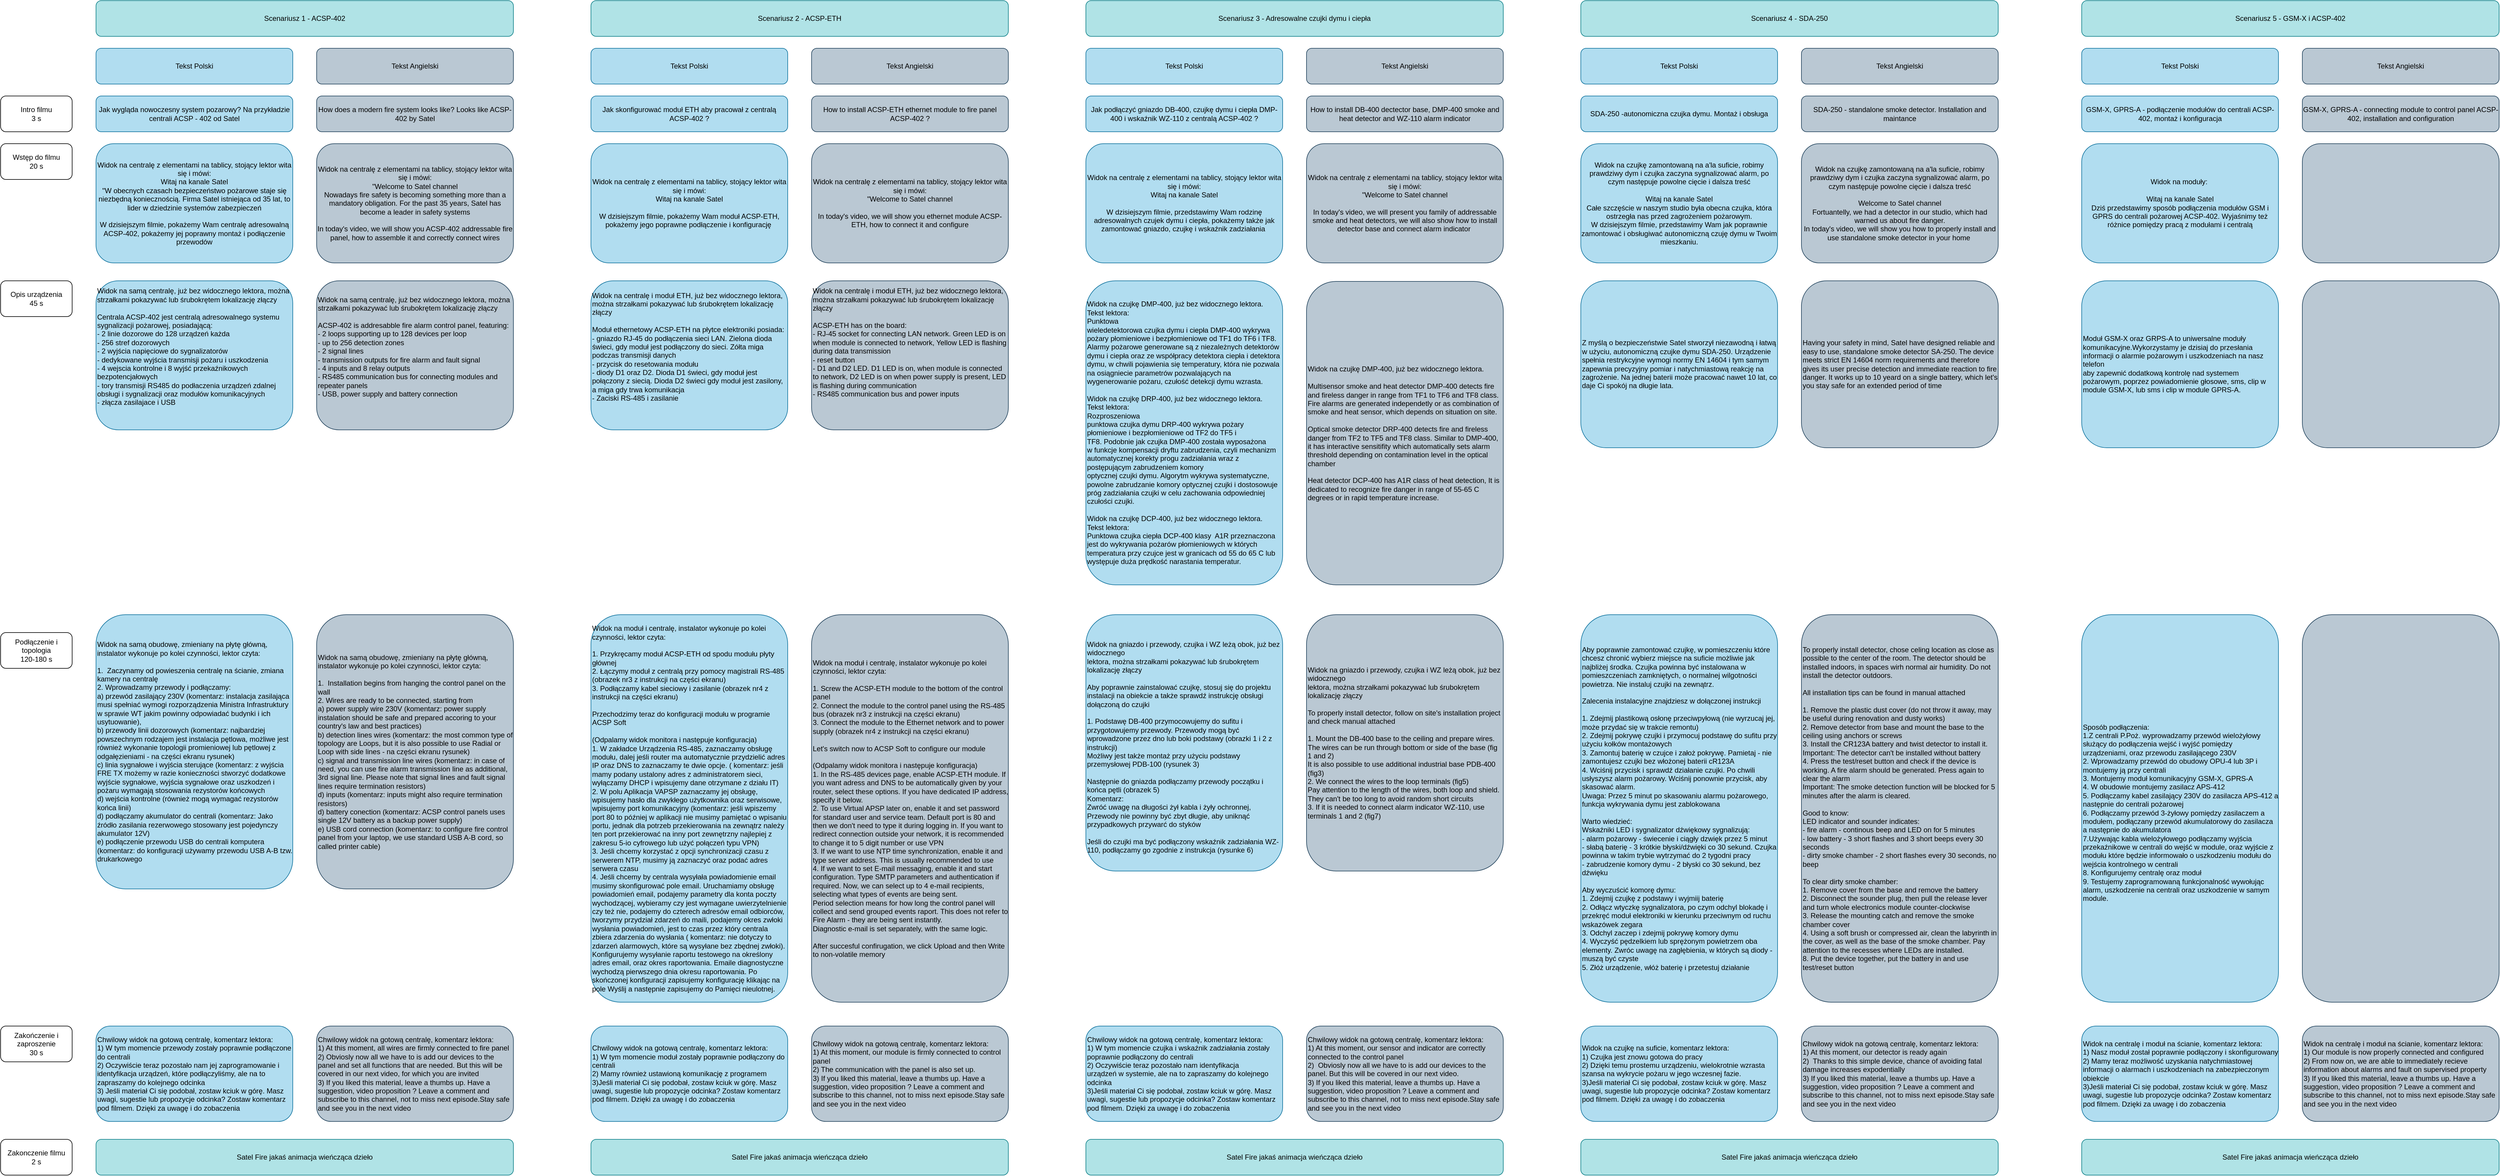
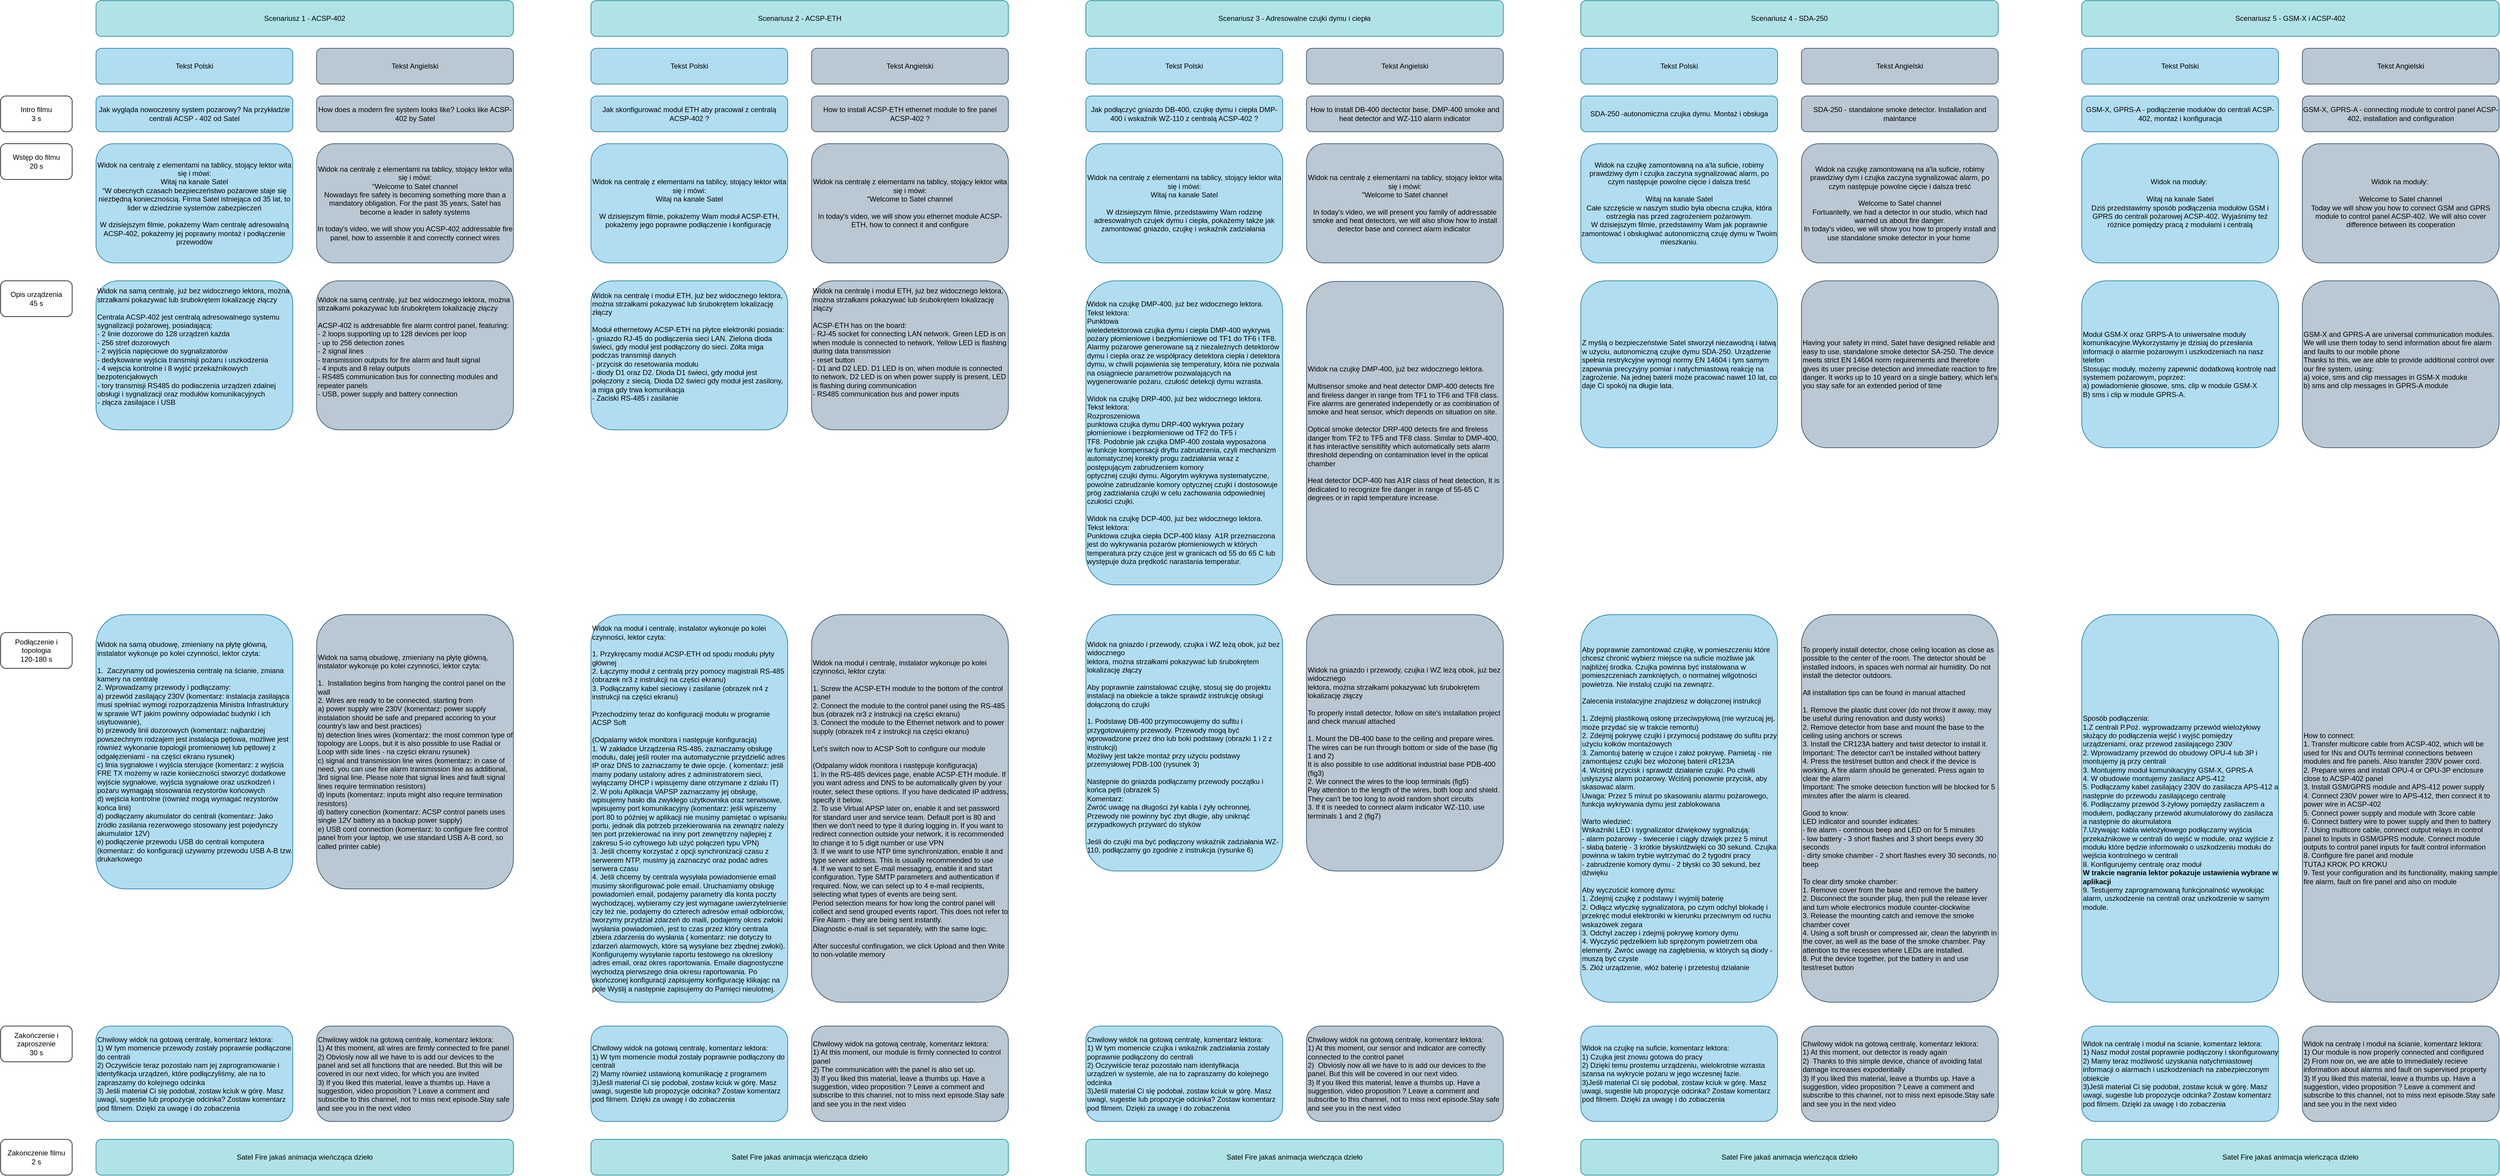
<mxfile host="app.diagrams.net">
  <diagram name="Strona-1" id="z8KAe0LmT8Zc7_pRFNcT">
-     <mxGraphModel dx="1193" dy="2242" grid="1" gridSize="10" guides="1" tooltips="1" connect="1" arrows="1" fold="1" page="1" pageScale="1" pageWidth="827" pageHeight="1169" math="0" shadow="0">
+     <mxGraphModel dx="837" dy="2053" grid="1" gridSize="10" guides="1" tooltips="1" connect="1" arrows="1" fold="1" page="1" pageScale="1" pageWidth="827" pageHeight="1169" math="0" shadow="0">
      <root>
        <mxCell id="0" />
        <mxCell id="1" parent="0" />
        <mxCell id="0EHHFv7u1sgkDXgEne3z-1" parent="1" style="rounded=1;whiteSpace=wrap;html=1;align=left;fillColor=#b1ddf0;strokeColor=#10739e;" value="&lt;div align=&quot;left&quot;&gt;Widok na samą obudowę, zmieniany na płytę główną, instalator wykonuje po kolei czynności, lektor czyta:&lt;/div&gt;&lt;div align=&quot;left&quot;&gt;&lt;br&gt;&lt;/div&gt;&lt;div align=&quot;left&quot;&gt;1.&amp;nbsp; Zaczynamy od powieszenia centralę na ścianie, zmiana kamery na centralę&lt;/div&gt;&lt;div align=&quot;left&quot;&gt;2. Wprowadzamy przewody i podłączamy:&amp;nbsp;&lt;/div&gt;&lt;div align=&quot;left&quot;&gt;a) przewód zasilający 230V (komentarz: instalacja zasilająca musi spełniać wymogi rozporządzenia Ministra Infrastruktury w sprawie WT jakim powinny odpowiadać budynki i ich usytuowanie),&amp;nbsp;&lt;/div&gt;&lt;div align=&quot;left&quot;&gt;b) przewody linii dozorowych (komentarz: najbardziej powszechnym rodzajem jest instalacja pętlowa, możliwe jest również wykonanie topologii promieniowej lub pętlowej z odgałęzieniami - na części ekranu rysunek)&lt;/div&gt;&lt;div align=&quot;left&quot;&gt;c) linia sygnałowe i wyjścia sterujące (komentarz: z wyjścia FRE TX możemy w razie konieczności stworzyć dodatkowe wyjście sygnałowe, wyjścia sygnałowe oraz uszkodzeń i pożaru wymagają stosowania rezystorów końcowych&lt;/div&gt;&lt;div align=&quot;left&quot;&gt;d) wejścia kontrolne (również mogą wymagać rezystorów końca linii)&lt;/div&gt;&lt;div align=&quot;left&quot;&gt;d) podłączamy akumulator do centrali (komentarz:&amp;nbsp;Jako źródło zasilania rezerwowego stosowany jest pojedynczy akumulator 12V)&lt;/div&gt;&lt;div align=&quot;left&quot;&gt;e) podłączenie przewodu USB do centrali komputera (komentarz: do konfiguracji używamy przewodu USB A-B tzw. drukarkowego&lt;/div&gt;" vertex="1">
          <mxGeometry height="460" width="330" x="1080" y="910" as="geometry" />
        </mxCell>
        <mxCell id="0EHHFv7u1sgkDXgEne3z-2" parent="1" style="rounded=1;whiteSpace=wrap;html=1;fillColor=#b1ddf0;strokeColor=#10739e;" value="&lt;div&gt;Jak wygląda nowoczesny system pozarowy? Na przykładzie centrali ACSP - 402 od Satel&lt;/div&gt;" vertex="1">
          <mxGeometry height="60" width="330" x="1080" y="40" as="geometry" />
        </mxCell>
        <mxCell id="0EHHFv7u1sgkDXgEne3z-3" parent="1" style="rounded=1;whiteSpace=wrap;html=1;" value="&lt;div&gt;Wstęp do filmu&lt;/div&gt;&lt;div&gt;20 s&lt;/div&gt;" vertex="1">
          <mxGeometry height="60" width="120" x="920" y="120" as="geometry" />
        </mxCell>
        <mxCell id="0EHHFv7u1sgkDXgEne3z-4" parent="1" style="rounded=1;whiteSpace=wrap;html=1;fillColor=#b1ddf0;strokeColor=#10739e;" value="&lt;div&gt;Widok na centralę z elementami na tablicy, stojący lektor wita się i mówi:&lt;/div&gt;&lt;div&gt;Witaj na kanale Satel&lt;/div&gt;&lt;div&gt;&quot;W obecnych czasach bezpieczeństwo pożarowe staje się niezbędną koniecznością. Firma Satel istniejąca od 35 lat, to lider w dziedzinie systemów zabezpieczeń&lt;/div&gt;&lt;div&gt;&lt;br&gt;&lt;/div&gt;&lt;div&gt;W dzisiejszym filmie, pokażemy Wam centralę adresowalną ACSP-402, pokażemy jej poprawny montaż i podłączenie przewodów&lt;/div&gt;" vertex="1">
          <mxGeometry height="200" width="330" x="1080" y="120" as="geometry" />
        </mxCell>
        <mxCell id="0EHHFv7u1sgkDXgEne3z-5" parent="1" style="rounded=1;whiteSpace=wrap;html=1;" value="&lt;div&gt;Opis urządzenia&lt;/div&gt;&lt;div&gt;45 s&lt;/div&gt;" vertex="1">
          <mxGeometry height="60" width="120" x="920" y="350" as="geometry" />
        </mxCell>
        <mxCell id="0EHHFv7u1sgkDXgEne3z-6" parent="1" style="rounded=1;whiteSpace=wrap;html=1;align=left;fillColor=#b1ddf0;strokeColor=#10739e;" value="&lt;div align=&quot;left&quot;&gt;Widok na samą centralę, już bez widocznego lektora, można strzałkami pokazywać lub śrubokrętem lokalizację złączy&lt;/div&gt;&lt;div align=&quot;left&quot;&gt;&lt;br&gt;&lt;/div&gt;&lt;div align=&quot;left&quot;&gt;Centrala ACSP-402 jest centralą adresowalnego systemu sygnalizacji pożarowej, posiadającą:&lt;/div&gt;&lt;div align=&quot;left&quot;&gt;- 2 linie dozorowe do 128 urządzeń każda&lt;/div&gt;&lt;div align=&quot;left&quot;&gt;- 256 stref dozorowych&lt;/div&gt;&lt;div align=&quot;left&quot;&gt;- 2 wyjścia napięciowe do sygnalizatorów&lt;/div&gt;&lt;div align=&quot;left&quot;&gt;- dedykowane wyjścia transmisji pożaru i uszkodzenia&lt;/div&gt;&lt;div align=&quot;left&quot;&gt;- 4 wejscia kontrolne i 8 wyjść przekaźnikowych bezpotencjałowych&lt;/div&gt;&lt;div align=&quot;left&quot;&gt;- tory transmisji RS485 do podłaczenia urządzeń zdalnej obsługi i sygnalizacji oraz modułów komunikacyjnych&amp;nbsp;&lt;/div&gt;&lt;div align=&quot;left&quot;&gt;- złącza zasilajace i USB&lt;/div&gt;&lt;div align=&quot;left&quot;&gt;&lt;br&gt;&lt;/div&gt;&lt;div align=&quot;left&quot;&gt;&lt;br&gt;&lt;/div&gt;" vertex="1">
          <mxGeometry height="250" width="330" x="1080" y="350" as="geometry" />
        </mxCell>
        <mxCell id="0EHHFv7u1sgkDXgEne3z-7" parent="1" style="rounded=1;whiteSpace=wrap;html=1;" value="&lt;div&gt;Podłączenie i topologia&lt;/div&gt;&lt;div&gt;120-180 s&lt;/div&gt;" vertex="1">
          <mxGeometry height="60" width="120" x="920" y="940" as="geometry" />
        </mxCell>
        <mxCell id="0EHHFv7u1sgkDXgEne3z-8" parent="1" style="rounded=1;whiteSpace=wrap;html=1;" value="&lt;div&gt;Intro filmu&lt;/div&gt;&lt;div&gt;3 s&lt;/div&gt;" vertex="1">
          <mxGeometry height="60" width="120" x="920" y="40" as="geometry" />
        </mxCell>
        <mxCell id="0EHHFv7u1sgkDXgEne3z-9" parent="1" style="rounded=1;whiteSpace=wrap;html=1;fillColor=#b1ddf0;strokeColor=#10739e;" value="Tekst Polski" vertex="1">
          <mxGeometry height="60" width="330" x="1080" y="-40" as="geometry" />
        </mxCell>
        <mxCell id="0EHHFv7u1sgkDXgEne3z-10" parent="1" style="rounded=1;whiteSpace=wrap;html=1;fillColor=#bac8d3;strokeColor=#23445d;" value="Tekst Angielski" vertex="1">
          <mxGeometry height="60" width="330" x="1450" y="-40" as="geometry" />
        </mxCell>
        <mxCell id="0EHHFv7u1sgkDXgEne3z-11" parent="1" style="rounded=1;whiteSpace=wrap;html=1;fillColor=#b0e3e6;strokeColor=#0e8088;" value="Scenariusz 1 - ACSP-402" vertex="1">
          <mxGeometry height="60" width="700" x="1080" y="-120" as="geometry" />
        </mxCell>
        <mxCell id="0EHHFv7u1sgkDXgEne3z-12" parent="1" style="rounded=1;whiteSpace=wrap;html=1;" value="&lt;div&gt;Zakończenie i zaproszenie&lt;/div&gt;&lt;div&gt;30 s&lt;/div&gt;" vertex="1">
          <mxGeometry height="60" width="120" x="920" y="1600" as="geometry" />
        </mxCell>
        <mxCell id="0EHHFv7u1sgkDXgEne3z-13" parent="1" style="rounded=1;whiteSpace=wrap;html=1;align=left;fillColor=#b1ddf0;strokeColor=#10739e;" value="&lt;div&gt;Chwilowy widok na gotową centralę, komentarz lektora:&lt;/div&gt;&lt;div&gt;1) W tym momencie przewody zostały poprawnie podłączone do centrali&lt;/div&gt;&lt;div&gt;2) Oczywiście teraz pozostało nam jej zaprogramowanie i identyfikacja urządzeń, które podłączyliśmy, ale na to zapraszamy do kolejnego odcinka&lt;/div&gt;&lt;div&gt;3) Jeśli materiał Ci się podobał, zostaw kciuk w górę. Masz uwagi, sugestie lub propozycje odcinka? Zostaw komentarz pod filmem. Dzięki za uwagę i do zobaczenia&lt;/div&gt;" vertex="1">
          <mxGeometry height="160" width="330" x="1080" y="1600" as="geometry" />
        </mxCell>
        <mxCell id="0EHHFv7u1sgkDXgEne3z-14" parent="1" style="rounded=1;whiteSpace=wrap;html=1;fillColor=#b0e3e6;strokeColor=#0e8088;" value="Satel Fire jakaś animacja wieńcząca dzieło" vertex="1">
          <mxGeometry height="60" width="700" x="1080" y="1790" as="geometry" />
        </mxCell>
        <mxCell id="0EHHFv7u1sgkDXgEne3z-15" parent="1" style="rounded=1;whiteSpace=wrap;html=1;" value="&lt;div&gt;Zakonczenie filmu&lt;/div&gt;&lt;div&gt;2 s&lt;/div&gt;" vertex="1">
          <mxGeometry height="60" width="120" x="920" y="1790" as="geometry" />
        </mxCell>
        <mxCell id="0EHHFv7u1sgkDXgEne3z-16" parent="1" style="rounded=1;whiteSpace=wrap;html=1;align=left;fillColor=#bac8d3;strokeColor=#23445d;" value="&lt;div&gt;Chwilowy widok na gotową centralę, komentarz lektora:&lt;/div&gt;&lt;div&gt;1) At this moment, all wires are firmly connected to fire panel&lt;/div&gt;&lt;div&gt;2) Obviosly now all we have to is add our devices to the panel and set all functions that are needed. But this will be covered in our next video, for which you are invited&amp;nbsp;&lt;/div&gt;&lt;div&gt;3) If you liked this material, leave a thumbs up. Have a suggestion, video proposition ? Leave a comment and subscribe to this channel, not to miss next episode.Stay safe and see you in the next video&lt;/div&gt;" vertex="1">
          <mxGeometry height="160" width="330" x="1450" y="1600" as="geometry" />
        </mxCell>
        <mxCell id="0EHHFv7u1sgkDXgEne3z-17" parent="1" style="rounded=1;whiteSpace=wrap;html=1;fillColor=#bac8d3;strokeColor=#23445d;" value="How does a modern fire system looks like? Looks like ACSP-402 by Satel" vertex="1">
          <mxGeometry height="60" width="330" x="1450" y="40" as="geometry" />
        </mxCell>
        <mxCell id="0EHHFv7u1sgkDXgEne3z-18" parent="1" style="rounded=1;whiteSpace=wrap;html=1;fillColor=#bac8d3;strokeColor=#23445d;" value="&lt;div&gt;Widok na centralę z elementami na tablicy, stojący lektor wita się i mówi:&lt;/div&gt;&lt;div&gt;&quot;Welcome to Satel channel&lt;/div&gt;&lt;div&gt;Nowadays fire safety is becoming something more than a mandatory obligation. For the past 35 years, Satel has become a leader in safety systems&lt;/div&gt;&lt;div&gt;&lt;br&gt;&lt;/div&gt;&lt;div&gt;In today&#39;s video, we will show you ACSP-402 addressable fire panel, how to assemble it and correctly connect wires&lt;/div&gt;" vertex="1">
          <mxGeometry height="200" width="330" x="1450" y="120" as="geometry" />
        </mxCell>
        <mxCell id="0EHHFv7u1sgkDXgEne3z-19" parent="1" style="rounded=1;whiteSpace=wrap;html=1;align=left;fillColor=#bac8d3;strokeColor=#23445d;" value="&lt;div align=&quot;left&quot;&gt;Widok na samą centralę, już bez widocznego lektora, można strzałkami pokazywać lub śrubokrętem lokalizację złączy&lt;/div&gt;&lt;div align=&quot;left&quot;&gt;&lt;br&gt;&lt;/div&gt;&lt;div align=&quot;left&quot;&gt;ACSP-402&amp;nbsp;is addresabble fire alarm control panel, featuring:&lt;/div&gt;&lt;div align=&quot;left&quot;&gt;- 2 loops supporting up to 128 devices per loop&lt;/div&gt;&lt;div align=&quot;left&quot;&gt;- up to 256 detection zones&lt;/div&gt;&lt;div align=&quot;left&quot;&gt;- 2 signal lines&lt;/div&gt;&lt;div align=&quot;left&quot;&gt;- transmission outputs for fire alarm and fault signal&lt;/div&gt;&lt;div align=&quot;left&quot;&gt;- 4 inputs and 8 relay outputs&lt;/div&gt;&lt;div align=&quot;left&quot;&gt;- RS485 communication bus for connecting modules and repeater panels&amp;nbsp;&lt;/div&gt;&lt;div align=&quot;left&quot;&gt;- USB, power supply and battery connection&lt;/div&gt;&lt;div align=&quot;left&quot;&gt;&lt;br&gt;&lt;/div&gt;&lt;div align=&quot;left&quot;&gt;&lt;br&gt;&lt;/div&gt;" vertex="1">
          <mxGeometry height="250" width="330" x="1450" y="350" as="geometry" />
        </mxCell>
        <mxCell id="0EHHFv7u1sgkDXgEne3z-20" parent="1" style="rounded=1;whiteSpace=wrap;html=1;align=left;fillColor=#bac8d3;strokeColor=#23445d;" value="&lt;div align=&quot;left&quot;&gt;Widok na samą obudowę, zmieniany na płytę główną, instalator wykonuje po kolei czynności, lektor czyta:&lt;/div&gt;&lt;div align=&quot;left&quot;&gt;&lt;br&gt;&lt;/div&gt;&lt;div align=&quot;left&quot;&gt;1.&amp;nbsp; Installation begins from hanging the control panel on the wall&lt;/div&gt;&lt;div align=&quot;left&quot;&gt;2. Wires are ready to be connected, starting from&lt;/div&gt;&lt;div align=&quot;left&quot;&gt;a) power supply wire 230V (komentarz: power supply instalation should be safe and prepared accoring to your country&#39;s law and best practices)&lt;/div&gt;&lt;div align=&quot;left&quot;&gt;b) detection lines wires (komentarz: the most common type of topology are Loops, but it is also possible to use Radial or Loop with side lines - na części ekranu rysunek)&lt;/div&gt;&lt;div align=&quot;left&quot;&gt;c) signal and transmission line wires (komentarz: in case of need, you can use fire alarm transmission line as additional, 3rd signal line. Please note that signal lines and fault signal lines require termination resistors)&lt;/div&gt;&lt;div align=&quot;left&quot;&gt;d) inputs (komentarz: inputs might also require termination resistors)&lt;/div&gt;&lt;div align=&quot;left&quot;&gt;d) battery conection (komentarz: ACSP control panels uses single 12V battery as a backup power supply)&lt;/div&gt;&lt;div align=&quot;left&quot;&gt;e) USB cord connection (komentarz: to configure fire control panel from your laptop, we use standard USB A-B cord, so called printer cable)&lt;/div&gt;" vertex="1">
          <mxGeometry height="460" width="330" x="1450" y="910" as="geometry" />
        </mxCell>
        <mxCell id="6_1prXv-E_gUM5x_UOCS-1" parent="1" style="rounded=1;whiteSpace=wrap;html=1;align=left;fillColor=#b1ddf0;strokeColor=#10739e;" value="&lt;div align=&quot;left&quot;&gt;Widok na moduł i centralę, instalator wykonuje po kolei czynności, lektor czyta:&lt;/div&gt;&lt;div align=&quot;left&quot;&gt;&lt;br&gt;&lt;/div&gt;&lt;div align=&quot;left&quot;&gt;1. Przykręcamy moduł ACSP-ETH od spodu modułu płyty głównej&lt;/div&gt;&lt;div align=&quot;left&quot;&gt;2. Łączymy moduł z centralą przy pomocy magistrali RS-485 (obrazek nr3 z instrukcji na części ekranu)&lt;/div&gt;&lt;div align=&quot;left&quot;&gt;3. Podłączamy kabel sieciowy i zasilanie (obrazek nr4 z instrukcji na części ekranu)&amp;nbsp;&lt;/div&gt;&lt;div align=&quot;left&quot;&gt;&lt;br&gt;&lt;/div&gt;&lt;div align=&quot;left&quot;&gt;Przechodzimy teraz do konfiguracji modułu w programie ACSP Soft&lt;/div&gt;&lt;div align=&quot;left&quot;&gt;&lt;br&gt;&lt;/div&gt;&lt;div align=&quot;left&quot;&gt;(Odpalamy widok monitora i następuje konfiguracja)&lt;/div&gt;&lt;div align=&quot;left&quot;&gt;1. W zakładce Urządzenia RS-485, zaznaczamy obsługę modułu, dalej jeśli router ma automatycznie przydzielić adres IP oraz DNS to zaznaczamy te dwie opcje. ( komentarz: jeśli mamy podany ustalony adres z administratorem sieci, wyłączamy DHCP i wpisujemy dane otrzymane z działu IT)&lt;/div&gt;&lt;div align=&quot;left&quot;&gt;2. W polu Aplikacja VAPSP zaznaczamy jej obsługę, wpisujemy hasło dla zwykłego użytkownika oraz serwisowe, wpisujemy port komunikacyjny (komentarz: jeśli wpiszemy port 80 to później w aplikacji nie musimy pamiętać o wpisaniu portu, jednak dla potrzeb przekierowania na zewnątrz należy ten port przekierować na inny port zewnętrzny najlepiej z zakresu 5-io cyfrowego lub użyć połączeń typu VPN)&lt;/div&gt;&lt;div align=&quot;left&quot;&gt;3. Jeśli chcemy korzystać z opcji synchronizacji czasu z serwerem NTP, musimy ją zaznaczyć oraz podać adres serwera czasu&lt;/div&gt;&lt;div align=&quot;left&quot;&gt;4. Jeśli chcemy by centrala wysyłała powiadomienie email musimy skonfigurować pole email. Uruchamiamy obsługę powiadomień email, podajemy parametry dla konta poczty wychodzącej, wybieramy czy jest wymagane uwierzytelnienie czy też nie, podajemy do czterech adresów email odbiorców, tworzymy przydział zdarzeń do maili, podajemy okres zwłoki wysłania powiadomień, jest to czas przez który centrala zbiera zdarzenia do wysłania ( komentarz: nie dotyczy to zdarzeń alarmowych, które są wysyłane bez zbędnej zwłoki). Konfigurujemy wysyłanie raportu testowego na określony adres email, oraz okres raportowania. Emaile diagnostyczne wychodzą pierwszego dnia okresu raportowania. Po skończonej konfiguracji zapisujemy konfigurację klikając na pole Wyślij a następnie zapisujemy do Pamięci nieulotnej.&lt;/div&gt;" vertex="1">
          <mxGeometry height="650" width="330" x="1910" y="910" as="geometry" />
        </mxCell>
        <mxCell id="6_1prXv-E_gUM5x_UOCS-2" parent="1" style="rounded=1;whiteSpace=wrap;html=1;fillColor=#b1ddf0;strokeColor=#10739e;" value="Jak skonfigurować moduł ETH aby pracował z centralą ACSP-402 ?" vertex="1">
          <mxGeometry height="60" width="330" x="1910" y="40" as="geometry" />
        </mxCell>
        <mxCell id="6_1prXv-E_gUM5x_UOCS-3" parent="1" style="rounded=1;whiteSpace=wrap;html=1;fillColor=#b1ddf0;strokeColor=#10739e;" value="&lt;div&gt;Widok na centralę z elementami na tablicy, stojący lektor wita się i mówi:&lt;/div&gt;&lt;div&gt;Witaj na kanale Satel&lt;/div&gt;&lt;div&gt;&lt;br&gt;&lt;/div&gt;&lt;div&gt;W dzisiejszym filmie, pokażemy Wam moduł ACSP-ETH, pokażemy jego poprawne podłączenie i konfigurację&amp;nbsp;&lt;/div&gt;" vertex="1">
          <mxGeometry height="200" width="330" x="1910" y="120" as="geometry" />
        </mxCell>
        <mxCell id="6_1prXv-E_gUM5x_UOCS-4" parent="1" style="rounded=1;whiteSpace=wrap;html=1;align=left;fillColor=#b1ddf0;strokeColor=#10739e;" value="&lt;div align=&quot;left&quot;&gt;Widok na centralę i moduł ETH, już bez widocznego lektora, można strzałkami pokazywać lub śrubokrętem lokalizację złączy&lt;/div&gt;&lt;div align=&quot;left&quot;&gt;&lt;br&gt;&lt;/div&gt;&lt;div align=&quot;left&quot;&gt;Moduł ethernetowy ACSP-ETH na płytce elektroniki posiada:&lt;/div&gt;&lt;div align=&quot;left&quot;&gt;- gniazdo RJ-45 do podłączenia sieci LAN. Zielona dioda świeci, gdy moduł jest podłączony do sieci. Zółta miga podczas transmisji danych&lt;/div&gt;&lt;div align=&quot;left&quot;&gt;- przycisk do resetowania modułu&lt;/div&gt;&lt;div align=&quot;left&quot;&gt;- diody D1 oraz D2. Dioda D1 świeci, gdy moduł jest połączony z siecią. Dioda D2 świeci gdy moduł jest zasilony, a miga gdy trwa komunikacja&lt;/div&gt;&lt;div align=&quot;left&quot;&gt;- Zaciski RS-485 i zasilanie&lt;/div&gt;&lt;div align=&quot;left&quot;&gt;&lt;br&gt;&lt;/div&gt;&lt;div align=&quot;left&quot;&gt;&lt;br&gt;&lt;/div&gt;" vertex="1">
          <mxGeometry height="250" width="330" x="1910" y="350" as="geometry" />
        </mxCell>
        <mxCell id="6_1prXv-E_gUM5x_UOCS-5" parent="1" style="rounded=1;whiteSpace=wrap;html=1;fillColor=#b1ddf0;strokeColor=#10739e;" value="Tekst Polski" vertex="1">
          <mxGeometry height="60" width="330" x="1910" y="-40" as="geometry" />
        </mxCell>
        <mxCell id="6_1prXv-E_gUM5x_UOCS-6" parent="1" style="rounded=1;whiteSpace=wrap;html=1;fillColor=#bac8d3;strokeColor=#23445d;" value="Tekst Angielski" vertex="1">
          <mxGeometry height="60" width="330" x="2280" y="-40" as="geometry" />
        </mxCell>
        <mxCell id="6_1prXv-E_gUM5x_UOCS-7" parent="1" style="rounded=1;whiteSpace=wrap;html=1;fillColor=#b0e3e6;strokeColor=#0e8088;" value="Scenariusz 2 - ACSP-ETH" vertex="1">
          <mxGeometry height="60" width="700" x="1910" y="-120" as="geometry" />
        </mxCell>
        <mxCell id="6_1prXv-E_gUM5x_UOCS-8" parent="1" style="rounded=1;whiteSpace=wrap;html=1;align=left;fillColor=#b1ddf0;strokeColor=#10739e;" value="&lt;div&gt;Chwilowy widok na gotową centralę, komentarz lektora:&lt;/div&gt;&lt;div&gt;1) W tym momencie moduł zostały poprawnie podłączony do centrali&lt;/div&gt;&lt;div&gt;2) Mamy również ustawioną komunikację z programem&lt;/div&gt;&lt;div&gt;3)Jeśli materiał Ci się podobał, zostaw kciuk w górę. Masz uwagi, sugestie lub propozycje odcinka? Zostaw komentarz pod filmem. Dzięki za uwagę i do zobaczenia&lt;/div&gt;" vertex="1">
          <mxGeometry height="160" width="330" x="1910" y="1600" as="geometry" />
        </mxCell>
        <mxCell id="6_1prXv-E_gUM5x_UOCS-9" parent="1" style="rounded=1;whiteSpace=wrap;html=1;fillColor=#b0e3e6;strokeColor=#0e8088;" value="Satel Fire jakaś animacja wieńcząca dzieło" vertex="1">
          <mxGeometry height="60" width="700" x="1910" y="1790" as="geometry" />
        </mxCell>
        <mxCell id="6_1prXv-E_gUM5x_UOCS-10" parent="1" style="rounded=1;whiteSpace=wrap;html=1;align=left;fillColor=#bac8d3;strokeColor=#23445d;" value="&lt;div&gt;Chwilowy widok na gotową centralę, komentarz lektora:&lt;/div&gt;&lt;div&gt;1) At this moment, our module is firmly connected to control panel&lt;/div&gt;&lt;div&gt;2) The communication with the panel is also set up.&lt;/div&gt;&lt;div&gt;3) If you liked this material, leave a thumbs up. Have a suggestion, video proposition ? Leave a comment and subscribe to this channel, not to miss next episode.Stay safe and see you in the next video&lt;/div&gt;" vertex="1">
          <mxGeometry height="160" width="330" x="2280" y="1600" as="geometry" />
        </mxCell>
        <mxCell id="6_1prXv-E_gUM5x_UOCS-11" parent="1" style="rounded=1;whiteSpace=wrap;html=1;fillColor=#bac8d3;strokeColor=#23445d;" value="How to install ACSP-ETH ethernet module to fire panel ACSP-402 ?" vertex="1">
          <mxGeometry height="60" width="330" x="2280" y="40" as="geometry" />
        </mxCell>
        <mxCell id="6_1prXv-E_gUM5x_UOCS-12" parent="1" style="rounded=1;whiteSpace=wrap;html=1;fillColor=#bac8d3;strokeColor=#23445d;" value="&lt;div&gt;Widok na centralę z elementami na tablicy, stojący lektor wita się i mówi:&lt;/div&gt;&lt;div&gt;&quot;Welcome to Satel channel&lt;/div&gt;&lt;div&gt;&lt;br&gt;&lt;/div&gt;&lt;div&gt;In today&#39;s video, we will show you ethernet module ACSP-ETH, how to connect it and configure&lt;/div&gt;" vertex="1">
          <mxGeometry height="200" width="330" x="2280" y="120" as="geometry" />
        </mxCell>
        <mxCell id="6_1prXv-E_gUM5x_UOCS-13" parent="1" style="rounded=1;whiteSpace=wrap;html=1;align=left;fillColor=#bac8d3;strokeColor=#23445d;" value="&lt;div align=&quot;left&quot;&gt;Widok na centralę i moduł ETH, już bez widocznego lektora, można strzałkami pokazywać lub śrubokrętem lokalizację złączy&lt;/div&gt;&lt;div align=&quot;left&quot;&gt;&lt;br&gt;&lt;/div&gt;&lt;div align=&quot;left&quot;&gt;ACSP-ETH has on the board:&lt;/div&gt;&lt;div align=&quot;left&quot;&gt;- RJ-45 socket for connecting LAN network. Green LED is on when module is connected to network, Yellow LED is flashing during data transmission&lt;/div&gt;&lt;div align=&quot;left&quot;&gt;- reset button&lt;/div&gt;&lt;div align=&quot;left&quot;&gt;- D1 and D2 LED. D1 LED is on, when module is connected to network, D2 LED is on when power supply is present, LED is flashing during communication&lt;/div&gt;&lt;div align=&quot;left&quot;&gt;-&amp;nbsp;RS485 communication bus and power inputs&lt;/div&gt;&lt;div align=&quot;left&quot;&gt;&lt;br&gt;&lt;/div&gt;&lt;div align=&quot;left&quot;&gt;&lt;br&gt;&lt;br&gt;&lt;/div&gt;" vertex="1">
          <mxGeometry height="250" width="330" x="2280" y="350" as="geometry" />
        </mxCell>
        <mxCell id="6_1prXv-E_gUM5x_UOCS-14" parent="1" style="rounded=1;whiteSpace=wrap;html=1;align=left;fillColor=#bac8d3;strokeColor=#23445d;" value="&lt;br&gt;&lt;div align=&quot;left&quot;&gt;Widok na moduł i centralę, instalator wykonuje po kolei czynności, lektor czyta:&lt;/div&gt;&lt;div align=&quot;left&quot;&gt;&lt;br&gt;&lt;/div&gt;&lt;div align=&quot;left&quot;&gt;1. Screw the ACSP-ETH module to the bottom of the control panel&lt;/div&gt;&lt;div align=&quot;left&quot;&gt;2. Connect the module to the control panel using the RS-485 bus (obrazek nr3 z instrukcji na części ekranu)&lt;div align=&quot;left&quot;&gt;3. Connect the module to the Ethernet network and to power supply (obrazek nr4 z instrukcji na części ekranu)&amp;nbsp;&lt;/div&gt;&lt;/div&gt;&lt;div align=&quot;left&quot;&gt;&lt;br&gt;&lt;/div&gt;&lt;div align=&quot;left&quot;&gt;Let&#39;s switch now to ACSP Soft to configure our module&lt;/div&gt;&lt;div align=&quot;left&quot;&gt;&lt;br&gt;&lt;/div&gt;&lt;div align=&quot;left&quot;&gt;(Odpalamy widok monitora i następuje konfiguracja)&lt;/div&gt;&lt;div align=&quot;left&quot;&gt;1. In the RS-485 devices page, enable ACSP-ETH module. If you want adress and DNS to be automatically given by your router, select these options. If you have dedicated IP address, specify it below.&lt;/div&gt;&lt;div align=&quot;left&quot;&gt;2. To use Virtual APSP later on, enable it and set password for standard user and service team. Default port is 80 and then we don&#39;t need to type it during logging in. If you want to redirect connection outside your network, it is recommended to change it to 5 digit number or use VPN&lt;/div&gt;&lt;div align=&quot;left&quot;&gt;3. If we want to use NTP time synchronization, enable it and type server address. This is usually recommended to use&lt;/div&gt;&lt;div align=&quot;left&quot;&gt;4. If we want to set E-mail messaging, enable it and start configuration. Type SMTP parameters and authentication if required. Now, we can select up to 4 e-mail recipients, selecting what types of events are being sent.&lt;/div&gt;&lt;div align=&quot;left&quot;&gt;Period selection means for how long the control panel will collect and send grouped events raport. This does not refer to Fire Alarm - they are being sent instantly.&lt;/div&gt;&lt;div align=&quot;left&quot;&gt;Diagnostic e-mail is set separately, with the same logic.&lt;/div&gt;&lt;div align=&quot;left&quot;&gt;&lt;br&gt;&lt;/div&gt;&lt;div align=&quot;left&quot;&gt;After succesful confirugation, we click Upload and then Write to non-volatile memory&lt;/div&gt;&lt;div&gt;&lt;br&gt;&lt;/div&gt;" vertex="1">
          <mxGeometry height="650" width="330" x="2280" y="910" as="geometry" />
        </mxCell>
        <mxCell id="0qluF64Sdjj_I7BYTujH-1" parent="1" style="rounded=1;whiteSpace=wrap;html=1;align=left;fillColor=#b1ddf0;strokeColor=#10739e;" value="&lt;br&gt;&lt;div align=&quot;left&quot;&gt;&lt;div&gt;&lt;span style=&quot;background-color: transparent; color: light-dark(rgb(0, 0, 0), rgb(255, 255, 255));&quot;&gt;&lt;br&gt;&lt;/span&gt;&lt;/div&gt;&lt;/div&gt;&lt;div align=&quot;left&quot;&gt;Widok na gniazdo i przewody, czujka i WZ leżą obok, już bez widocznego &lt;br&gt;lektora, można strzałkami pokazywać lub śrubokrętem lokalizację złączy&lt;/div&gt;&lt;div align=&quot;left&quot;&gt;&lt;br&gt;&lt;/div&gt;&lt;div align=&quot;left&quot;&gt;Aby poprawnie zainstalować czujkę, stosuj się do projektu instalacji na obiekcie a także sprawdź instrukcję obsługi dołączoną do czujki&lt;/div&gt;&lt;div align=&quot;left&quot;&gt;&lt;br&gt;&lt;/div&gt;&lt;div align=&quot;left&quot;&gt;1. Podstawę DB-400 przymocowujemy do sufitu i przygotowujemy przewody. Przewody mogą być wprowadzone przez dno lub boki podstawy&amp;nbsp;(obrazki 1 i 2 z instrukcji) &lt;br&gt;Możliwy jest&amp;nbsp;także montaż przy użyciu podstawy przemysłowej PDB-100 (rysunek 3)&lt;/div&gt;&lt;div align=&quot;left&quot;&gt;&lt;br&gt;&lt;/div&gt;&lt;div align=&quot;left&quot;&gt;Następnie do gniazda podłączamy przewody początku i końca pętli (obrazek 5)&amp;nbsp;&amp;nbsp;&lt;/div&gt;&lt;div align=&quot;left&quot;&gt;Komentarz:&lt;/div&gt;&lt;div align=&quot;left&quot;&gt;Zwróć uwagę na długości żył kabla i żyły ochronnej, Przewody nie powinny być zbyt długie, aby uniknąć przypadkowych przywarć do styków&amp;nbsp;&lt;/div&gt;&lt;div align=&quot;left&quot;&gt;&lt;br&gt;&lt;/div&gt;&lt;div align=&quot;left&quot;&gt;Jeśli do czujki ma być podłączony wskaźnik zadziałania WZ-110, podłączamy go zgodnie z instrukcja (rysunke 6)&lt;/div&gt;&lt;div&gt;&lt;br&gt;&lt;/div&gt;" vertex="1">
          <mxGeometry height="430" width="330" x="2740" y="910" as="geometry" />
        </mxCell>
        <mxCell id="0qluF64Sdjj_I7BYTujH-2" parent="1" style="rounded=1;whiteSpace=wrap;html=1;fillColor=#b1ddf0;strokeColor=#10739e;" value="Jak podłączyć gniazdo DB-400, czujkę dymu i ciepła DMP-400 i wskaźnik WZ-110 z centralą ACSP-402 ?" vertex="1">
          <mxGeometry height="60" width="330" x="2740" y="40" as="geometry" />
        </mxCell>
        <mxCell id="0qluF64Sdjj_I7BYTujH-3" parent="1" style="rounded=1;whiteSpace=wrap;html=1;fillColor=#b1ddf0;strokeColor=#10739e;" value="&lt;div&gt;Widok na centralę z elementami na tablicy, stojący lektor wita się i mówi:&lt;/div&gt;&lt;div&gt;Witaj na kanale Satel&lt;/div&gt;&lt;div&gt;&lt;br&gt;&lt;/div&gt;&lt;div&gt;W dzisiejszym filmie, przedstawimy Wam rodzinę adresowalnych czujek dymu i ciepła, pokażemy także jak zamontować gniazdo, czujkę i wskaźnik zadziałania&amp;nbsp;&lt;/div&gt;" vertex="1">
          <mxGeometry height="200" width="330" x="2740" y="120" as="geometry" />
        </mxCell>
        <mxCell id="0qluF64Sdjj_I7BYTujH-4" parent="1" style="rounded=1;whiteSpace=wrap;html=1;align=left;fillColor=#b1ddf0;strokeColor=#10739e;" value="&lt;br&gt;&lt;div align=&quot;left&quot;&gt;&lt;span style=&quot;background-color: transparent; color: light-dark(rgb(0, 0, 0), rgb(255, 255, 255));&quot;&gt;Widok na czujkę DMP-400,&amp;nbsp;&lt;/span&gt;&lt;span style=&quot;background-color: transparent; color: light-dark(rgb(0, 0, 0), rgb(255, 255, 255));&quot;&gt;już bez widocznego lektora.&lt;/span&gt;&lt;/div&gt;&lt;div align=&quot;left&quot;&gt;&lt;span style=&quot;background-color: transparent; color: light-dark(rgb(0, 0, 0), rgb(255, 255, 255));&quot;&gt;Tekst lektora:&lt;/span&gt;&lt;/div&gt;&lt;div align=&quot;left&quot;&gt;&lt;span style=&quot;background-color: transparent; color: light-dark(rgb(0, 0, 0), rgb(255, 255, 255));&quot;&gt;Punktowa&lt;br&gt; wieledetektorowa czujka dymu i ciepła DMP-400 wykrywa pożary płomieniowe i bezpłomieniowe od TF1 do TF6 i TF8. Alarmy pożarowe generowane są z niezależnych detektorów dymu i ciepła oraz ze współpracy detektora ciepła i detektora dymu, w chwili pojawienia się temperatury, która nie pozwala na osiągniecie parametrów pozwalających na wygenerowanie pożaru, czułość detekcji dymu wzrasta.&amp;nbsp;&amp;nbsp;&lt;/span&gt;&lt;/div&gt;&lt;div align=&quot;left&quot;&gt;&lt;span style=&quot;background-color: transparent; color: light-dark(rgb(0, 0, 0), rgb(255, 255, 255));&quot;&gt;&lt;br&gt;&lt;/span&gt;&lt;/div&gt;&lt;div align=&quot;left&quot;&gt;&lt;div align=&quot;left&quot;&gt;&lt;span style=&quot;background-color: transparent; color: light-dark(rgb(0, 0, 0), rgb(255, 255, 255));&quot;&gt;Widok na czujkę DRP-400, &lt;/span&gt;&lt;span style=&quot;background-color: transparent; color: light-dark(rgb(0, 0, 0), rgb(255, 255, 255));&quot;&gt;już bez widocznego lektora.&lt;/span&gt;&lt;/div&gt;&lt;div align=&quot;left&quot;&gt;&lt;span style=&quot;background-color: transparent; color: light-dark(rgb(0, 0, 0), rgb(255, 255, 255));&quot;&gt;Tekst lektora:&lt;/span&gt;&lt;/div&gt;&lt;div align=&quot;left&quot;&gt;&lt;span style=&quot;background-color: transparent; color: light-dark(rgb(0, 0, 0), rgb(255, 255, 255));&quot;&gt;Rozproszeniowa&lt;br&gt; punktowa czujka dymu DRP-400 wykrywa pożary płomieniowe i bezpłomieniowe od TF2 do TF5 i TF8.&amp;nbsp;Podobnie jak czujka DMP-400 została&amp;nbsp;&lt;/span&gt;&lt;span style=&quot;background-color: transparent; color: light-dark(rgb(0, 0, 0), rgb(255, 255, 255));&quot;&gt;wyposażona&lt;br&gt; w funkcje kompensacji dryftu zabrudzenia, czyli mechanizm automatycznej korekty progu zadziałania wraz z postępującym zabrudzeniem komory &lt;br&gt;optycznej czujki dymu. Algorytm wykrywa systematyczne, powolne zabrudzanie komory optycznej czujki i dostosowuje próg zadziałania czujki w celu zachowania odpowiedniej czułości czujki.&amp;nbsp;&lt;/span&gt;&lt;/div&gt;&lt;/div&gt;&lt;div align=&quot;left&quot;&gt;&lt;br&gt;&lt;/div&gt;&lt;div align=&quot;left&quot;&gt;&lt;div align=&quot;left&quot;&gt;&lt;span style=&quot;background-color: transparent; color: light-dark(rgb(0, 0, 0), rgb(255, 255, 255));&quot;&gt;Widok na czujkę DCP-400, &lt;/span&gt;&lt;span style=&quot;background-color: transparent; color: light-dark(rgb(0, 0, 0), rgb(255, 255, 255));&quot;&gt;już bez widocznego lektora.&lt;/span&gt;&lt;/div&gt;&lt;div align=&quot;left&quot;&gt;&lt;span style=&quot;background-color: transparent; color: light-dark(rgb(0, 0, 0), rgb(255, 255, 255));&quot;&gt;Tekst lektora:&lt;/span&gt;&lt;/div&gt;&lt;div&gt;&lt;span style=&quot;background-color: transparent; color: light-dark(rgb(0, 0, 0), rgb(255, 255, 255));&quot;&gt;Punktowa czujka ciepła DCP-400 klasy&amp;nbsp; A1R&amp;nbsp;&lt;/span&gt;&lt;span style=&quot;background-color: transparent; color: light-dark(rgb(0, 0, 0), rgb(255, 255, 255));&quot;&gt;przeznaczona&amp;nbsp;&lt;br&gt; jest do wykrywania pożarów płomieniowych w których temperatura przy czujce jest w granicach od 55 do 65 C lub występuje duża prędkość narastania temperatur.&lt;/span&gt;&lt;/div&gt;&lt;/div&gt;&lt;div align=&quot;left&quot;&gt;&lt;br&gt;&lt;/div&gt;" vertex="1">
          <mxGeometry height="510" width="330" x="2740" y="350" as="geometry" />
        </mxCell>
        <mxCell id="0qluF64Sdjj_I7BYTujH-5" parent="1" style="rounded=1;whiteSpace=wrap;html=1;fillColor=#b1ddf0;strokeColor=#10739e;" value="Tekst Polski" vertex="1">
          <mxGeometry height="60" width="330" x="2740" y="-40" as="geometry" />
        </mxCell>
        <mxCell id="0qluF64Sdjj_I7BYTujH-6" parent="1" style="rounded=1;whiteSpace=wrap;html=1;fillColor=#bac8d3;strokeColor=#23445d;" value="Tekst Angielski" vertex="1">
          <mxGeometry height="60" width="330" x="3110" y="-40" as="geometry" />
        </mxCell>
        <mxCell id="0qluF64Sdjj_I7BYTujH-7" parent="1" style="rounded=1;whiteSpace=wrap;html=1;fillColor=#b0e3e6;strokeColor=#0e8088;" value="Scenariusz 3 - Adresowalne czujki dymu i ciepła" vertex="1">
          <mxGeometry height="60" width="700" x="2740" y="-120" as="geometry" />
        </mxCell>
        <mxCell id="0qluF64Sdjj_I7BYTujH-8" parent="1" style="rounded=1;whiteSpace=wrap;html=1;align=left;fillColor=#b1ddf0;strokeColor=#10739e;" value="&lt;div&gt;Chwilowy widok na gotową centralę, komentarz lektora:&lt;/div&gt;&lt;div&gt;1) W tym momencie czujka i wskaźnik zadziałania zostały poprawnie podłączony do centrali&lt;/div&gt;&lt;div&gt;2)&amp;nbsp;Oczywiście teraz pozostało nam identyfikacja &lt;br/&gt;urządzeń w systemie, ale na to zapraszamy do kolejnego odcinka&lt;/div&gt;&lt;div&gt;3)Jeśli materiał Ci się podobał, zostaw kciuk w górę. Masz uwagi, sugestie lub propozycje odcinka? Zostaw komentarz pod filmem. Dzięki za uwagę i do zobaczenia&lt;/div&gt;" vertex="1">
          <mxGeometry height="160" width="330" x="2740" y="1600" as="geometry" />
        </mxCell>
        <mxCell id="0qluF64Sdjj_I7BYTujH-9" parent="1" style="rounded=1;whiteSpace=wrap;html=1;fillColor=#b0e3e6;strokeColor=#0e8088;" value="Satel Fire jakaś animacja wieńcząca dzieło" vertex="1">
          <mxGeometry height="60" width="700" x="2740" y="1790" as="geometry" />
        </mxCell>
        <mxCell id="0qluF64Sdjj_I7BYTujH-10" parent="1" style="rounded=1;whiteSpace=wrap;html=1;align=left;fillColor=#bac8d3;strokeColor=#23445d;" value="&lt;div&gt;Chwilowy widok na gotową centralę, komentarz lektora:&lt;/div&gt;&lt;div&gt;1) At this moment, our sensor and indicator are correctly connected to the control panel&lt;/div&gt;&lt;div&gt;2)&amp;nbsp; Obviosly now all we have to is add our devices to the panel. But this will be covered in our next video.&lt;/div&gt;&lt;div&gt;3) If you liked this material, leave a thumbs up. Have a suggestion, video proposition ? Leave a comment and subscribe to this channel, not to miss next episode.Stay safe and see you in the next video&lt;/div&gt;" vertex="1">
          <mxGeometry height="160" width="330" x="3110" y="1600" as="geometry" />
        </mxCell>
        <mxCell id="0qluF64Sdjj_I7BYTujH-11" parent="1" style="rounded=1;whiteSpace=wrap;html=1;fillColor=#bac8d3;strokeColor=#23445d;" value="How to install DB-400 dectector base, DMP-400 smoke and heat detector and WZ-110 alarm indicator" vertex="1">
          <mxGeometry height="60" width="330" x="3110" y="40" as="geometry" />
        </mxCell>
        <mxCell id="0qluF64Sdjj_I7BYTujH-12" parent="1" style="rounded=1;whiteSpace=wrap;html=1;fillColor=#bac8d3;strokeColor=#23445d;" value="&lt;div&gt;Widok na centralę z elementami na tablicy, stojący lektor wita się i mówi:&lt;/div&gt;&lt;div&gt;&quot;Welcome to Satel channel&lt;/div&gt;&lt;div&gt;&lt;br&gt;&lt;/div&gt;&lt;div&gt;In today&#39;s video, we will present you family of addressable smoke and heat detectors, we will also show how to install detector base and connect alarm indicator&amp;nbsp;&lt;/div&gt;" vertex="1">
          <mxGeometry height="200" width="330" x="3110" y="120" as="geometry" />
        </mxCell>
        <mxCell id="0qluF64Sdjj_I7BYTujH-13" parent="1" style="rounded=1;whiteSpace=wrap;html=1;align=left;fillColor=#bac8d3;strokeColor=#23445d;" value="&lt;br&gt;&lt;div align=&quot;left&quot;&gt;&lt;span style=&quot;background-color: transparent; color: light-dark(rgb(0, 0, 0), rgb(255, 255, 255));&quot;&gt;Widok na czujkę DMP-400,&amp;nbsp;&lt;/span&gt;&lt;span style=&quot;background-color: transparent; color: light-dark(rgb(0, 0, 0), rgb(255, 255, 255));&quot;&gt;już bez widocznego lektora.&lt;/span&gt;&lt;/div&gt;&lt;div align=&quot;left&quot;&gt;&lt;span style=&quot;background-color: transparent; color: light-dark(rgb(0, 0, 0), rgb(255, 255, 255));&quot;&gt;&lt;br&gt;&lt;/span&gt;&lt;/div&gt;&lt;div align=&quot;left&quot;&gt;&lt;span style=&quot;background-color: transparent; color: light-dark(rgb(0, 0, 0), rgb(255, 255, 255));&quot;&gt;Multisensor smoke and heat detector DMP-400 detects fire and fireless danger in range from TF1 to TF6 and TF8 class.&lt;/span&gt;&lt;/div&gt;&lt;div align=&quot;left&quot;&gt;&lt;span style=&quot;background-color: transparent; color: light-dark(rgb(0, 0, 0), rgb(255, 255, 255));&quot;&gt;Fire alarms are generated independetly or as combination of smoke and heat sensor, which depends on situation on site.&lt;/span&gt;&lt;/div&gt;&lt;div align=&quot;left&quot;&gt;&lt;span style=&quot;background-color: transparent; color: light-dark(rgb(0, 0, 0), rgb(255, 255, 255));&quot;&gt;&lt;br&gt;&lt;/span&gt;&lt;/div&gt;&lt;div align=&quot;left&quot;&gt;&lt;span style=&quot;background-color: transparent; color: light-dark(rgb(0, 0, 0), rgb(255, 255, 255));&quot;&gt;Optical smoke detector DRP-400 detects fire and fireless danger from TF2 to TF5 and TF8 class. Similar to DMP-400, it has interactive sensitifity which automatically sets alarm threshold depending on contamination level in the optical chamber&lt;/span&gt;&lt;/div&gt;&lt;div align=&quot;left&quot;&gt;&lt;span style=&quot;background-color: transparent; color: light-dark(rgb(0, 0, 0), rgb(255, 255, 255));&quot;&gt;&lt;br&gt;&lt;/span&gt;&lt;/div&gt;&lt;div align=&quot;left&quot;&gt;&lt;span style=&quot;background-color: transparent; color: light-dark(rgb(0, 0, 0), rgb(255, 255, 255));&quot;&gt;Heat detector DCP-400 has A1R class of heat detection, It is dedicated to recognize fire danger in range of 55-65 C degrees or in rapid temperature increase.&lt;/span&gt;&lt;/div&gt;&lt;div align=&quot;left&quot;&gt;&lt;span style=&quot;background-color: transparent; color: light-dark(rgb(0, 0, 0), rgb(255, 255, 255));&quot;&gt;&lt;br&gt;&lt;/span&gt;&lt;/div&gt;" vertex="1">
          <mxGeometry height="509" width="330" x="3110" y="351" as="geometry" />
        </mxCell>
        <mxCell id="0qluF64Sdjj_I7BYTujH-14" parent="1" style="rounded=1;whiteSpace=wrap;html=1;align=left;fillColor=#bac8d3;strokeColor=#23445d;" value="&lt;br&gt;&lt;div align=&quot;left&quot;&gt;&lt;div&gt;&lt;span style=&quot;background-color: transparent; color: light-dark(rgb(0, 0, 0), rgb(255, 255, 255));&quot;&gt;&lt;br&gt;&lt;/span&gt;&lt;/div&gt;&lt;/div&gt;&lt;div align=&quot;left&quot;&gt;Widok na gniazdo i przewody, czujka i WZ leżą obok, już bez widocznego &lt;br&gt;lektora, można strzałkami pokazywać lub śrubokrętem lokalizację złączy&lt;/div&gt;&lt;div align=&quot;left&quot;&gt;&lt;br&gt;&lt;/div&gt;&lt;div align=&quot;left&quot;&gt;To properly install detector, follow on site&#39;s installation project and check manual attached&lt;/div&gt;&lt;div align=&quot;left&quot;&gt;&lt;br&gt;&lt;/div&gt;&lt;div align=&quot;left&quot;&gt;1. Mount the DB-400 base to the ceiling and prepare wires. The wires can be run through bottom or side of the base (fig 1 and 2)&lt;/div&gt;&lt;div align=&quot;left&quot;&gt;It is also possible to use additional industrial base PDB-400 (fig3)&lt;/div&gt;&lt;div align=&quot;left&quot;&gt;2. We connect the wires to the loop terminals (fig5)&lt;/div&gt;&lt;div align=&quot;left&quot;&gt;Pay attention to the length of the wires, both loop and shield. They can&#39;t be too long to avoid random short circuits&lt;/div&gt;&lt;div align=&quot;left&quot;&gt;3. If it is needed to connect alarm indicator WZ-110, use terminals 1 and 2 (fig7)&lt;/div&gt;&lt;div&gt;&lt;br&gt;&lt;br&gt;&lt;/div&gt;" vertex="1">
          <mxGeometry height="430" width="330" x="3110" y="910" as="geometry" />
        </mxCell>
        <mxCell id="0qluF64Sdjj_I7BYTujH-15" parent="1" style="rounded=1;whiteSpace=wrap;html=1;align=left;fillColor=#b1ddf0;strokeColor=#10739e;" value="&lt;div&gt;Aby poprawnie zamontować czujkę, w pomieszczeniu które chcesz chronić wybierz miejsce na suficie możliwie jak najbliżej środka. Czujka powinna być instalowana w pomieszczeniach zamkniętych, o normalnej wilgotności powietrza. Nie instaluj czujki na zewnątrz.&lt;/div&gt;&lt;div&gt;&lt;br&gt;&lt;/div&gt;&lt;div&gt;Zalecenia instalacyjne znajdziesz w dołączonej instrukcji&lt;/div&gt;&lt;div&gt;&lt;br&gt;&lt;/div&gt;&lt;div&gt;1. Zdejmij plastikową osłonę przeciwpyłową (nie wyrzucaj jej, może przydać się w trakcie remontu)&lt;/div&gt;&lt;div&gt;2. Zdejmij pokrywę czujki i przymocuj podstawę do sufitu przy użyciu kołków montażowych&amp;nbsp;&lt;/div&gt;&lt;div&gt;3. Zamontuj baterię w czujce i założ pokrywę. Pamietaj - nie zamontujesz czujki bez włożonej baterii cR123A&lt;/div&gt;&lt;div&gt;4. Wciśnij przycisk i sprawdź działanie czujki. Po chwili usłyszysz alarm pożarowy. Wciśnij ponownie przycisk, aby skasować alarm.&lt;/div&gt;&lt;div&gt;Uwaga: Przez 5 minut po skasowaniu alarmu pożarowego, funkcja wykrywania dymu jest zablokowana&lt;/div&gt;&lt;div&gt;&lt;br&gt;&lt;/div&gt;&lt;div&gt;Warto wiedzieć:&lt;/div&gt;&lt;div&gt;Wskaźniki LED i sygnalizator dźwiękowy sygnalizują:&lt;/div&gt;&lt;div&gt;- alarm pożarowy - świecenie i ciągły dzwięk przez 5 minut&lt;/div&gt;&lt;div&gt;- słabą baterię - 3 krótkie błyski/dźwięki co 30 sekund. Czujka powinna w takim trybie wytrzymać do 2 tygodni pracy&lt;/div&gt;&lt;div&gt;- zabrudzenie komory dymu - 2 błyski co 30 sekund, bez dźwięku&lt;/div&gt;&lt;div&gt;&lt;br&gt;&lt;/div&gt;&lt;div&gt;Aby wyczuścić komorę dymu:&lt;/div&gt;&lt;div&gt;1. Zdejmij czujkę z podstawy i wyjmiij baterię&lt;/div&gt;&lt;div&gt;2. Odłącz wtyczkę sygnalizatora, po czym odchyl blokadę i przekręć moduł elektroniki w kierunku przeciwnym od ruchu wskazówek zegara&lt;/div&gt;&lt;div&gt;3. Odchyl zaczep i zdejmij pokrywę komory dymu&lt;/div&gt;&lt;div&gt;4. Wyczyść pędzelkiem lub sprężonym powietrzem oba elementy. Zwróc uwagę na zagłębienia, w których są diody - muszą być czyste&lt;/div&gt;&lt;div&gt;5. Złóż urządzenie, włóż baterię i przetestuj działanie&lt;/div&gt;" vertex="1">
          <mxGeometry height="650" width="330" x="3570" y="910" as="geometry" />
        </mxCell>
        <mxCell id="0qluF64Sdjj_I7BYTujH-16" parent="1" style="rounded=1;whiteSpace=wrap;html=1;fillColor=#b1ddf0;strokeColor=#10739e;" value="SDA-250 -autonomiczna czujka dymu. Montaż i obsługa" vertex="1">
          <mxGeometry height="60" width="330" x="3570" y="40" as="geometry" />
        </mxCell>
        <mxCell id="0qluF64Sdjj_I7BYTujH-17" parent="1" style="rounded=1;whiteSpace=wrap;html=1;fillColor=#b1ddf0;strokeColor=#10739e;" value="&lt;div&gt;Widok na czujkę zamontowaną na a&#39;la suficie, robimy prawdziwy dym i czujka zaczyna sygnalizować alarm, po czym następuje powolne cięcie i dalsza treść&lt;/div&gt;&lt;div&gt;&lt;br&gt;&lt;/div&gt;&lt;div&gt;Witaj na kanale Satel&lt;/div&gt;&lt;div&gt;Całe szczęście w naszym studio była obecna czujka, która ostrzegła nas przed zagrożeniem pożarowym.&lt;/div&gt;&lt;div&gt;W dzisiejszym filmie, przedstawimy Wam jak poprawnie zamontować i obsługiwać autonomiczną czuję dymu w Twoim mieszkaniu.&lt;/div&gt;" vertex="1">
          <mxGeometry height="200" width="330" x="3570" y="120" as="geometry" />
        </mxCell>
        <mxCell id="0qluF64Sdjj_I7BYTujH-18" parent="1" style="rounded=1;whiteSpace=wrap;html=1;align=left;fillColor=#b1ddf0;strokeColor=#10739e;" value="Z myślą o bezpieczeństwie Satel stworzył niezawodną i łatwą w użyciu, autonomiczną czujke dymu SDA-250. Urządzenie spełnia restrykcyjne wymogi normy EN 14604 i tym samym zapewnia precyzyjny pomiar i natychmiastową reakcję na zagrożenie. Na jednej baterii może pracować nawet 10 lat, co daje Ci spokój na długie lata." vertex="1">
          <mxGeometry height="280" width="330" x="3570" y="350" as="geometry" />
        </mxCell>
        <mxCell id="0qluF64Sdjj_I7BYTujH-19" parent="1" style="rounded=1;whiteSpace=wrap;html=1;fillColor=#b1ddf0;strokeColor=#10739e;" value="Tekst Polski" vertex="1">
          <mxGeometry height="60" width="330" x="3570" y="-40" as="geometry" />
        </mxCell>
        <mxCell id="0qluF64Sdjj_I7BYTujH-20" parent="1" style="rounded=1;whiteSpace=wrap;html=1;fillColor=#bac8d3;strokeColor=#23445d;" value="Tekst Angielski" vertex="1">
          <mxGeometry height="60" width="330" x="3940" y="-40" as="geometry" />
        </mxCell>
        <mxCell id="0qluF64Sdjj_I7BYTujH-21" parent="1" style="rounded=1;whiteSpace=wrap;html=1;fillColor=#b0e3e6;strokeColor=#0e8088;" value="Scenariusz 4 - SDA-250" vertex="1">
          <mxGeometry height="60" width="700" x="3570" y="-120" as="geometry" />
        </mxCell>
        <mxCell id="0qluF64Sdjj_I7BYTujH-22" parent="1" style="rounded=1;whiteSpace=wrap;html=1;align=left;fillColor=#b1ddf0;strokeColor=#10739e;" value="&lt;div&gt;Widok na czujkę na suficie, komentarz lektora:&lt;/div&gt;&lt;div&gt;1) Czujka jest znowu gotowa do pracy&amp;nbsp;&lt;/div&gt;&lt;div&gt;2) Dzięki temu prostemu urządzeniu, wielokrotnie wzrasta szansa na wykrycie pożaru w jego wczesnej fazie.&amp;nbsp;&lt;/div&gt;&lt;div&gt;3)Jeśli materiał Ci się podobał, zostaw kciuk w górę. Masz uwagi, sugestie lub propozycje odcinka? Zostaw komentarz pod filmem. Dzięki za uwagę i do zobaczenia&lt;/div&gt;" vertex="1">
          <mxGeometry height="160" width="330" x="3570" y="1600" as="geometry" />
        </mxCell>
        <mxCell id="0qluF64Sdjj_I7BYTujH-23" parent="1" style="rounded=1;whiteSpace=wrap;html=1;fillColor=#b0e3e6;strokeColor=#0e8088;" value="Satel Fire jakaś animacja wieńcząca dzieło" vertex="1">
          <mxGeometry height="60" width="700" x="3570" y="1790" as="geometry" />
        </mxCell>
        <mxCell id="0qluF64Sdjj_I7BYTujH-24" parent="1" style="rounded=1;whiteSpace=wrap;html=1;align=left;fillColor=#bac8d3;strokeColor=#23445d;" value="&lt;div&gt;Chwilowy widok na gotową centralę, komentarz lektora:&lt;/div&gt;&lt;div&gt;1) At this moment, our detector is ready again&lt;/div&gt;&lt;div&gt;2)&amp;nbsp; Thanks to this simple device, chance of avoiding fatal damage increases expodentially&lt;/div&gt;&lt;div&gt;3) If you liked this material, leave a thumbs up. Have a suggestion, video proposition ? Leave a comment and subscribe to this channel, not to miss next episode.Stay safe and see you in the next video&lt;/div&gt;" vertex="1">
          <mxGeometry height="160" width="330" x="3940" y="1600" as="geometry" />
        </mxCell>
        <mxCell id="0qluF64Sdjj_I7BYTujH-25" parent="1" style="rounded=1;whiteSpace=wrap;html=1;fillColor=#bac8d3;strokeColor=#23445d;" value="SDA-250 - standalone smoke detector. Installation and maintance" vertex="1">
          <mxGeometry height="60" width="330" x="3940" y="40" as="geometry" />
        </mxCell>
        <mxCell id="0qluF64Sdjj_I7BYTujH-26" parent="1" style="rounded=1;whiteSpace=wrap;html=1;fillColor=#bac8d3;strokeColor=#23445d;" value="&lt;div&gt;Widok na czujkę zamontowaną na a&#39;la suficie, robimy prawdziwy dym i czujka zaczyna sygnalizować alarm, po czym następuje powolne cięcie i dalsza treść&lt;/div&gt;&lt;div&gt;&lt;br&gt;&lt;/div&gt;&lt;div&gt;Welcome to Satel channel&lt;/div&gt;&lt;div&gt;Fortuantelly, we had a detector in our studio, which had warned us about fire danger.&lt;/div&gt;&lt;div&gt;In today&#39;s video, we will show you how to properly install and use standalone smoke detector in your home&amp;nbsp;&lt;/div&gt;" vertex="1">
          <mxGeometry height="200" width="330" x="3940" y="120" as="geometry" />
        </mxCell>
        <mxCell id="0qluF64Sdjj_I7BYTujH-27" parent="1" style="rounded=1;whiteSpace=wrap;html=1;align=left;fillColor=#bac8d3;strokeColor=#23445d;" value="Having your safety in mind, Satel have designed reliable and easy to use, standalone smoke detector SA-250. The device meets strict EN 14604 norm requirements and therefore gives its user precise detection and immediate reaction to fire danger. It works up to 10 yeard on a single battery, which let&#39;s you stay safe for an extended period of time" vertex="1">
          <mxGeometry height="280" width="330" x="3940" y="350" as="geometry" />
        </mxCell>
        <mxCell id="0qluF64Sdjj_I7BYTujH-28" parent="1" style="rounded=1;whiteSpace=wrap;html=1;align=left;fillColor=#bac8d3;strokeColor=#23445d;" value="&lt;div&gt;To properly install detector, chose celing location as close as possible to the center of the room. The detector should be installed indoors, in spaces wirh normal air humidity. Do not install the detector outdoors.&lt;/div&gt;&lt;div&gt;&lt;br&gt;&lt;/div&gt;&lt;div&gt;All installation tips can be found in manual attached&lt;/div&gt;&lt;div&gt;&lt;br&gt;&lt;/div&gt;&lt;div&gt;1. Remove the plastic dust cover (do not throw it away, may be useful during renovation and dusty works)&lt;/div&gt;&lt;div&gt;2. Remove detector from base and mount the base to the ceiling using anchors or screws&lt;/div&gt;&lt;div&gt;3. Install the CR123A battery and twist detector to install it. Important: The detector can&#39;t be installed without battery&lt;/div&gt;&lt;div&gt;4. Press the test/reset button and check if the device is working. A fire alarm should be generated. Press again to clear the alarm&lt;/div&gt;&lt;div&gt;Important: The smoke detection function will be blocked for 5 minutes after the alarm is cleared.&lt;/div&gt;&lt;div&gt;&lt;br&gt;&lt;/div&gt;&lt;div&gt;Good to know:&lt;/div&gt;&lt;div&gt;LED indicator and sounder indicates:&lt;/div&gt;&lt;div&gt;- fire alarm - continous beep and LED on for 5 minutes&lt;/div&gt;&lt;div&gt;- low battery - 3 short flashes and 3 short beeps every 30 seconds&lt;/div&gt;&lt;div&gt;- dirty smoke chamber - 2 short flashes every 30 seconds, no beep&lt;/div&gt;&lt;div&gt;&lt;br&gt;&lt;/div&gt;&lt;div&gt;To clear dirty smoke chamber:&lt;/div&gt;&lt;div&gt;1. Remove cover from the base and remove the battery&lt;/div&gt;&lt;div&gt;2. Disconnect the sounder plug, then pull the release lever and turn whole electronics module counter-clockwise&lt;/div&gt;&lt;div&gt;3. Release the mounting catch and remove the smoke chamber cover&lt;/div&gt;&lt;div&gt;4. Using a soft brush or compressed air, clean the labyrinth in the cover, as well as the base of the smoke chamber. Pay attention to the recesses where LEDs are installed.&lt;br&gt;8. Put the device together, put the battery in and use test/reset button&lt;/div&gt;" vertex="1">
          <mxGeometry height="650" width="330" x="3940" y="910" as="geometry" />
        </mxCell>
-         <mxCell id="0qluF64Sdjj_I7BYTujH-29" parent="1" style="rounded=1;whiteSpace=wrap;html=1;align=left;fillColor=#b1ddf0;strokeColor=#10739e;" value="&lt;div style=&quot;display: inline-block; font-size: 12px; font-family: Helvetica; color: light-dark(#000000, #ffffff); line-height: 1.2; pointer-events: all; white-space: normal; word-wrap: normal;&quot;&gt;&amp;nbsp;&amp;nbsp;&lt;/div&gt;&lt;br&gt;&lt;div&gt;&lt;br&gt;&lt;/div&gt;&lt;div&gt;Sposób podłączenia:&lt;div style=&quot;forced-color-adjust: none; box-shadow: none !important;&quot;&gt;1.Z centrali P.Poż. wyprowadzamy przewód wielożyłowy służący do podłączenia wejść i wyjść pomiędzy urządzeniami, oraz przewodu&amp;nbsp;zasilającego 230V&lt;/div&gt;&lt;div style=&quot;forced-color-adjust: none; box-shadow: none !important;&quot;&gt;2. Wprowadzamy przewód do obudowy OPU-4 lub 3P i montujemy ją przy centrali&lt;/div&gt;&lt;div style=&quot;forced-color-adjust: none; box-shadow: none !important;&quot;&gt;3. Montujemy moduł komunikacyjny GSM-X, GPRS-A&lt;/div&gt;&lt;div style=&quot;forced-color-adjust: none; box-shadow: none !important;&quot;&gt;4. W obudowie montujemy zasilacz APS-412&lt;/div&gt;&lt;div style=&quot;forced-color-adjust: none; box-shadow: none !important;&quot;&gt;5. Podłączamy kabel zasilający 230V do zasilacza APS-412 a następnie do centrali pożarowej&lt;/div&gt;&lt;div style=&quot;forced-color-adjust: none; box-shadow: none !important;&quot;&gt;6. Podłączamy przewód 3-żyłowy pomiędzy zasilaczem a modułem, podłączany&amp;nbsp;przewód akumulatorowy do zasilacza a następnie do akumulatora&lt;/div&gt;&lt;div style=&quot;forced-color-adjust: none; box-shadow: none !important;&quot;&gt;7.Używając kabla wielożyłowego podłączamy wyjścia przekaźnikowe w centrali do wejść w module, oraz wyjście z modułu które będzie informowało o uszkodzeniu modułu do wejścia kontrolnego w centrali&lt;/div&gt;&lt;div style=&quot;forced-color-adjust: none; box-shadow: none !important;&quot;&gt;8. Konfigurujemy centralę oraz moduł&amp;nbsp;&lt;/div&gt;&lt;div style=&quot;forced-color-adjust: none; box-shadow: none !important;&quot;&gt;9. Testujemy zaprogramowaną funkcjonalność wywołując alarm, uszkodzenie na centrali oraz uszkodzenie w samym module.&lt;/div&gt;&lt;br&gt;&lt;/div&gt;" vertex="1">
+         <mxCell id="0qluF64Sdjj_I7BYTujH-29" parent="1" style="rounded=1;whiteSpace=wrap;html=1;align=left;fillColor=#b1ddf0;strokeColor=#10739e;" value="&lt;div style=&quot;display: inline-block; font-size: 12px; font-family: Helvetica; color: light-dark(#000000, #ffffff); line-height: 1.2; pointer-events: all; white-space: normal; word-wrap: normal;&quot;&gt;&amp;nbsp;&amp;nbsp;&lt;/div&gt;&lt;br&gt;&lt;div&gt;&lt;br&gt;&lt;/div&gt;&lt;div&gt;Sposób podłączenia:&lt;div style=&quot;forced-color-adjust: none; box-shadow: none !important;&quot;&gt;1.Z centrali P.Poż. wyprowadzamy przewód wielożyłowy służący do podłączenia wejść i wyjść pomiędzy urządzeniami, oraz przewod zasilającego 230V&lt;/div&gt;&lt;div style=&quot;forced-color-adjust: none; box-shadow: none !important;&quot;&gt;2. Wprowadzamy przewód do obudowy OPU-4 lub 3P i montujemy ją przy centrali&lt;/div&gt;&lt;div style=&quot;forced-color-adjust: none; box-shadow: none !important;&quot;&gt;3. Montujemy moduł komunikacyjny GSM-X, GPRS-A&lt;/div&gt;&lt;div style=&quot;forced-color-adjust: none; box-shadow: none !important;&quot;&gt;4. W obudowie montujemy zasilacz APS-412&lt;/div&gt;&lt;div style=&quot;forced-color-adjust: none; box-shadow: none !important;&quot;&gt;5. Podłączamy kabel zasilający 230V do zasilacza APS-412 a następnie do przewodu zasilającego centralę&lt;/div&gt;&lt;div style=&quot;forced-color-adjust: none; box-shadow: none !important;&quot;&gt;6. Podłączamy przewód 3-żyłowy pomiędzy zasilaczem a modułem, podłączany&amp;nbsp;przewód akumulatorowy do zasilacza a następnie do akumulatora&lt;/div&gt;&lt;div style=&quot;forced-color-adjust: none; box-shadow: none !important;&quot;&gt;7.Używając kabla wielożyłowego podłączamy wyjścia przekaźnikowe w centrali do wejść w module, oraz wyjście z modułu które będzie informowało o uszkodzeniu modułu do wejścia kontrolnego w centrali&lt;/div&gt;&lt;div style=&quot;forced-color-adjust: none; box-shadow: none !important;&quot;&gt;8. Konfigurujemy centralę oraz moduł&amp;nbsp;&lt;/div&gt;&lt;div style=&quot;forced-color-adjust: none; box-shadow: none !important;&quot;&gt;&lt;b&gt;W trakcie nagrania lektor pokazuje ustawienia wybrane w aplikacji&lt;/b&gt;&lt;/div&gt;&lt;div style=&quot;forced-color-adjust: none; box-shadow: none !important;&quot;&gt;9. Testujemy zaprogramowaną funkcjonalność wywołując alarm, uszkodzenie na centrali oraz uszkodzenie w samym module.&lt;/div&gt;&lt;br&gt;&lt;/div&gt;" vertex="1">
          <mxGeometry height="650" width="330" x="4410" y="910" as="geometry" />
        </mxCell>
        <mxCell id="0qluF64Sdjj_I7BYTujH-30" parent="1" style="rounded=1;whiteSpace=wrap;html=1;fillColor=#b1ddf0;strokeColor=#10739e;" value="&lt;br&gt;&lt;div style=&quot;display: inline-block; font-size: 12px; font-family: Helvetica; color: light-dark(#000000, #ffffff); line-height: 1.2; pointer-events: all; white-space: normal; word-wrap: normal;&quot;&gt;GSM-X, GPRS-A - podłączenie modułów do centrali ACSP-402, montaż i konfiguracja&lt;/div&gt;&lt;div&gt;&lt;br/&gt;&lt;/div&gt;" vertex="1">
          <mxGeometry height="60" width="330" x="4410" y="40" as="geometry" />
        </mxCell>
        <mxCell id="0qluF64Sdjj_I7BYTujH-31" parent="1" style="rounded=1;whiteSpace=wrap;html=1;fillColor=#b1ddf0;strokeColor=#10739e;" value="&lt;div&gt;Widok na moduły:&amp;nbsp;&lt;/div&gt;&lt;div&gt;&lt;br&gt;&lt;/div&gt;&lt;div style=&quot;display: inline-block; font-size: 12px; font-family: Helvetica; color: light-dark(#000000, #ffffff); line-height: 1.2; pointer-events: all; white-space: normal; word-wrap: normal;&quot;&gt;&lt;br&gt;&lt;/div&gt;&lt;div style=&quot;display: inline-block; font-size: 12px; font-family: Helvetica; color: light-dark(#000000, #ffffff); line-height: 1.2; pointer-events: all; white-space: normal; word-wrap: normal;&quot;&gt;&lt;br&gt;&lt;/div&gt;&lt;div style=&quot;display: inline-block; font-size: 12px; font-family: Helvetica; color: light-dark(#000000, #ffffff); line-height: 1.2; pointer-events: all; white-space: normal; word-wrap: normal;&quot;&gt;&lt;br&gt;&lt;/div&gt;&lt;div style=&quot;display: inline-block; font-size: 12px; font-family: Helvetica; color: light-dark(#000000, #ffffff); line-height: 1.2; pointer-events: all; white-space: normal; word-wrap: normal;&quot;&gt;&lt;br&gt;&lt;/div&gt;&lt;div style=&quot;display: inline-block; font-size: 12px; font-family: Helvetica; color: light-dark(#000000, #ffffff); line-height: 1.2; pointer-events: all; white-space: normal; word-wrap: normal;&quot;&gt;&lt;br&gt;&lt;/div&gt;&lt;div style=&quot;display: inline-block; font-size: 12px; font-family: Helvetica; color: light-dark(#000000, #ffffff); line-height: 1.2; pointer-events: all; white-space: normal; word-wrap: normal;&quot;&gt;&lt;br&gt;&lt;/div&gt;&lt;div style=&quot;display: inline-block; font-size: 12px; font-family: Helvetica; color: light-dark(#000000, #ffffff); line-height: 1.2; pointer-events: all; white-space: normal; word-wrap: normal;&quot;&gt;&lt;br&gt;&lt;/div&gt;&lt;div style=&quot;display: inline-block; font-size: 12px; font-family: Helvetica; color: light-dark(#000000, #ffffff); line-height: 1.2; pointer-events: all; white-space: normal; word-wrap: normal;&quot;&gt;Witaj na kanale Satel&lt;/div&gt;&lt;div&gt;Dziś przedstawimy&amp;nbsp;sposób podłączenia modułów GSM i GPRS do centrali pożarowej ACSP-402. Wyjaśnimy też różnice pomiędzy pracą z modułami i centralą&lt;/div&gt;" vertex="1">
          <mxGeometry height="200" width="330" x="4410" y="120" as="geometry" />
        </mxCell>
-         <mxCell id="0qluF64Sdjj_I7BYTujH-32" parent="1" style="rounded=1;whiteSpace=wrap;html=1;align=left;fillColor=#b1ddf0;strokeColor=#10739e;" value="&lt;div&gt;Moduł GSM-X oraz GRPS-A to uniwersalne moduły komunikacyjne.Wykorzystamy je dzisiaj do przesłania informacji o alarmie pożarowym i uszkodzeniach na nasz telefon&lt;div style=&quot;display: inline-block; font-size: 12px; font-family: Helvetica; color: light-dark(#000000, #ffffff); line-height: 1.2; pointer-events: all; white-space: normal; word-wrap: normal;&quot;&gt;aby zapewnić dodatkową kontrolę nad systemem pożarowym, poprzez powiadomienie głosowe, sms, clip w module GSM-X, lub sms i clip w module GPRS-A.&lt;/div&gt;&lt;/div&gt;" vertex="1">
+         <mxCell id="0qluF64Sdjj_I7BYTujH-32" parent="1" style="rounded=1;whiteSpace=wrap;html=1;align=left;fillColor=#b1ddf0;strokeColor=#10739e;" value="&lt;div&gt;Moduł GSM-X oraz GRPS-A to uniwersalne moduły komunikacyjne.Wykorzystamy je dzisiaj do przesłania informacji o alarmie pożarowym i uszkodzeniach na nasz telefon&lt;div style=&quot;display: inline-block; font-size: 12px; font-family: Helvetica; color: light-dark(#000000, #ffffff); line-height: 1.2; pointer-events: all; white-space: normal; word-wrap: normal;&quot;&gt;Stosując moduły, możemy zapewnić dodatkową kontrolę nad systemem pożarowym, poprzez:&lt;/div&gt;&lt;/div&gt;&lt;div&gt;&lt;div style=&quot;display: inline-block; font-size: 12px; font-family: Helvetica; color: light-dark(#000000, #ffffff); line-height: 1.2; pointer-events: all; white-space: normal; word-wrap: normal;&quot;&gt;a) powiadomienie głosowe, sms, clip w module GSM-X&lt;/div&gt;&lt;/div&gt;&lt;div&gt;&lt;div style=&quot;display: inline-block; font-size: 12px; font-family: Helvetica; color: light-dark(#000000, #ffffff); line-height: 1.2; pointer-events: all; white-space: normal; word-wrap: normal;&quot;&gt;B) sms i clip w module GPRS-A.&lt;/div&gt;&lt;/div&gt;" vertex="1">
          <mxGeometry height="280" width="330" x="4410" y="350" as="geometry" />
        </mxCell>
        <mxCell id="0qluF64Sdjj_I7BYTujH-33" parent="1" style="rounded=1;whiteSpace=wrap;html=1;fillColor=#b1ddf0;strokeColor=#10739e;" value="Tekst Polski" vertex="1">
          <mxGeometry height="60" width="330" x="4410" y="-40" as="geometry" />
        </mxCell>
        <mxCell id="0qluF64Sdjj_I7BYTujH-34" parent="1" style="rounded=1;whiteSpace=wrap;html=1;fillColor=#bac8d3;strokeColor=#23445d;" value="Tekst Angielski" vertex="1">
          <mxGeometry height="60" width="330" x="4780" y="-40" as="geometry" />
        </mxCell>
        <mxCell id="0qluF64Sdjj_I7BYTujH-35" parent="1" style="rounded=1;whiteSpace=wrap;html=1;fillColor=#b0e3e6;strokeColor=#0e8088;" value="Scenariusz 5 - GSM-X i ACSP-402" vertex="1">
          <mxGeometry height="60" width="700" x="4410" y="-120" as="geometry" />
        </mxCell>
        <mxCell id="0qluF64Sdjj_I7BYTujH-36" parent="1" style="rounded=1;whiteSpace=wrap;html=1;align=left;fillColor=#b1ddf0;strokeColor=#10739e;" value="&lt;div&gt;Widok na centralę i moduł na ścianie, komentarz lektora:&lt;/div&gt;&lt;div&gt;1) Nasz moduł został poprawnie podłączony i skonfigurowany&lt;/div&gt;&lt;div&gt;2) Mamy teraz możliwość uzyskania natychmiastowej informacji o alarmach i uszkodzeniach na zabezpieczonym obiekcie&amp;nbsp;&lt;/div&gt;&lt;div&gt;3)Jeśli materiał Ci się podobał, zostaw kciuk w górę. Masz uwagi, sugestie lub propozycje odcinka? Zostaw komentarz pod filmem. Dzięki za uwagę i do zobaczenia&lt;/div&gt;" vertex="1">
          <mxGeometry height="160" width="330" x="4410" y="1600" as="geometry" />
        </mxCell>
        <mxCell id="0qluF64Sdjj_I7BYTujH-37" parent="1" style="rounded=1;whiteSpace=wrap;html=1;fillColor=#b0e3e6;strokeColor=#0e8088;" value="Satel Fire jakaś animacja wieńcząca dzieło" vertex="1">
          <mxGeometry height="60" width="700" x="4410" y="1790" as="geometry" />
        </mxCell>
        <mxCell id="0qluF64Sdjj_I7BYTujH-38" parent="1" style="rounded=1;whiteSpace=wrap;html=1;align=left;fillColor=#bac8d3;strokeColor=#23445d;" value="&lt;div&gt;Widok na centralę i moduł na ścianie, komentarz lektora:&lt;/div&gt;&lt;div&gt;1) Our module is now properly connected and configured&lt;/div&gt;&lt;div&gt;2) From now on, we are able to immediately recieve information about alarms and fault on supervised property&lt;/div&gt;&lt;div&gt;3) If you liked this material, leave a thumbs up. Have a suggestion, video proposition ? Leave a comment and subscribe to this channel, not to miss next episode.Stay safe and see you in the next video&lt;/div&gt;" vertex="1">
          <mxGeometry height="160" width="330" x="4780" y="1600" as="geometry" />
        </mxCell>
        <mxCell id="0qluF64Sdjj_I7BYTujH-39" parent="1" style="rounded=1;whiteSpace=wrap;html=1;fillColor=#bac8d3;strokeColor=#23445d;" value="&lt;br&gt;&lt;div style=&quot;display: inline-block; font-size: 12px; font-family: Helvetica; color: light-dark(#000000, #ffffff); line-height: 1.2; pointer-events: all; white-space: normal; word-wrap: normal;&quot;&gt;GSM-X, GPRS-A - connecting module to control panel ACSP-402, installation and configuration&lt;/div&gt;&lt;div&gt;&lt;br/&gt;&lt;/div&gt;" vertex="1">
          <mxGeometry height="60" width="330" x="4780" y="40" as="geometry" />
        </mxCell>
-         <mxCell id="0qluF64Sdjj_I7BYTujH-40" parent="1" style="rounded=1;whiteSpace=wrap;html=1;fillColor=#bac8d3;strokeColor=#23445d;" value="" vertex="1">
+         <mxCell id="0qluF64Sdjj_I7BYTujH-40" parent="1" style="rounded=1;whiteSpace=wrap;html=1;fillColor=#bac8d3;strokeColor=#23445d;" value="&lt;div&gt;Widok na moduły:&amp;nbsp;&lt;/div&gt;&lt;div&gt;&lt;br&gt;&lt;/div&gt;&lt;div style=&quot;display: inline-block; font-size: 12px; font-family: Helvetica; color: light-dark(#000000, #ffffff); line-height: 1.2; pointer-events: all; white-space: normal; word-wrap: normal;&quot;&gt;&lt;br&gt;&lt;/div&gt;&lt;div style=&quot;display: inline-block; font-size: 12px; font-family: Helvetica; color: light-dark(#000000, #ffffff); line-height: 1.2; pointer-events: all; white-space: normal; word-wrap: normal;&quot;&gt;&lt;br&gt;&lt;/div&gt;&lt;div style=&quot;display: inline-block; font-size: 12px; font-family: Helvetica; color: light-dark(#000000, #ffffff); line-height: 1.2; pointer-events: all; white-space: normal; word-wrap: normal;&quot;&gt;&lt;br&gt;&lt;/div&gt;&lt;div style=&quot;display: inline-block; font-size: 12px; font-family: Helvetica; color: light-dark(#000000, #ffffff); line-height: 1.2; pointer-events: all; white-space: normal; word-wrap: normal;&quot;&gt;&lt;br&gt;&lt;/div&gt;&lt;div style=&quot;display: inline-block; font-size: 12px; font-family: Helvetica; color: light-dark(#000000, #ffffff); line-height: 1.2; pointer-events: all; white-space: normal; word-wrap: normal;&quot;&gt;&lt;br&gt;&lt;/div&gt;&lt;div style=&quot;display: inline-block; font-size: 12px; font-family: Helvetica; color: light-dark(#000000, #ffffff); line-height: 1.2; pointer-events: all; white-space: normal; word-wrap: normal;&quot;&gt;&lt;br&gt;&lt;/div&gt;&lt;div style=&quot;display: inline-block; font-size: 12px; font-family: Helvetica; color: light-dark(#000000, #ffffff); line-height: 1.2; pointer-events: all; white-space: normal; word-wrap: normal;&quot;&gt;&lt;br&gt;&lt;/div&gt;&lt;div style=&quot;display: inline-block; font-size: 12px; font-family: Helvetica; color: light-dark(#000000, #ffffff); line-height: 1.2; pointer-events: all; white-space: normal; word-wrap: normal;&quot;&gt;Welcome to Satel channel&lt;br&gt;Today we will show you how to connect GSM and GPRS module to control panel ACSP-402. We will also cover difference between its cooperation&lt;/div&gt;" vertex="1">
          <mxGeometry height="200" width="330" x="4780" y="120" as="geometry" />
        </mxCell>
-         <mxCell id="0qluF64Sdjj_I7BYTujH-41" parent="1" style="rounded=1;whiteSpace=wrap;html=1;align=left;fillColor=#bac8d3;strokeColor=#23445d;" value="" vertex="1">
+         <mxCell id="0qluF64Sdjj_I7BYTujH-41" parent="1" style="rounded=1;whiteSpace=wrap;html=1;align=left;fillColor=#bac8d3;strokeColor=#23445d;" value="&lt;div&gt;GSM-X and GPRS-A are universal communication modules. We will use them today to send information about fire alarm and faults to our mobile phone&lt;/div&gt;&lt;div&gt;Thanks to this, we are able to provide additional control over our fire system, using:&lt;/div&gt;&lt;div&gt;a) voice, sms and clip messages in GSM-X moduke&lt;/div&gt;&lt;div&gt;b) sms and clip messages in GPRS-A module&lt;/div&gt;&lt;div&gt;&lt;br&gt;&lt;/div&gt;" vertex="1">
          <mxGeometry height="280" width="330" x="4780" y="350" as="geometry" />
        </mxCell>
-         <mxCell id="0qluF64Sdjj_I7BYTujH-42" parent="1" style="rounded=1;whiteSpace=wrap;html=1;align=left;fillColor=#bac8d3;strokeColor=#23445d;" value="" vertex="1">
+         <mxCell id="0qluF64Sdjj_I7BYTujH-42" parent="1" style="rounded=1;whiteSpace=wrap;html=1;align=left;fillColor=#bac8d3;strokeColor=#23445d;" value="&lt;div&gt;How to connect:&lt;/div&gt;&lt;div&gt;1. Transfer multicore cable from ACSP-402, which will be used for INs and OUTs terminal connections between modules and fire panels. Also transfer 230V power cord.&lt;/div&gt;&lt;div&gt;2. Prepare wires and install OPU-4 or OPU-3P enclosure close to ACSP-402 panel&lt;/div&gt;&lt;div&gt;3. Install GSM/GPRS module and APS-412 power supply&lt;/div&gt;&lt;div&gt;4. Connect 230V power wire to APS-412, then connect it to power wire in ACSP-402&lt;/div&gt;&lt;div&gt;5. Connect power supply and module with 3core cable&lt;/div&gt;&lt;div&gt;6. Connect battery wire to power supply and then to battery&lt;/div&gt;&lt;div&gt;7. Using multicore cable, connect output relays in control panel to Inputs in GSM/GPRS module. Connect module outputs to control panel inputs for fault control information&lt;/div&gt;&lt;div&gt;8. Configure fire panel and module&lt;/div&gt;&lt;div&gt;TUTAJ KROK PO KROKU&lt;/div&gt;&lt;div&gt;9. Test your configuration and its functionality, making sample fire alarm, fault on fire panel and also on module&amp;nbsp;&lt;/div&gt;" vertex="1">
          <mxGeometry height="650" width="330" x="4780" y="910" as="geometry" />
        </mxCell>
      </root>
    </mxGraphModel>
  </diagram>
</mxfile>
